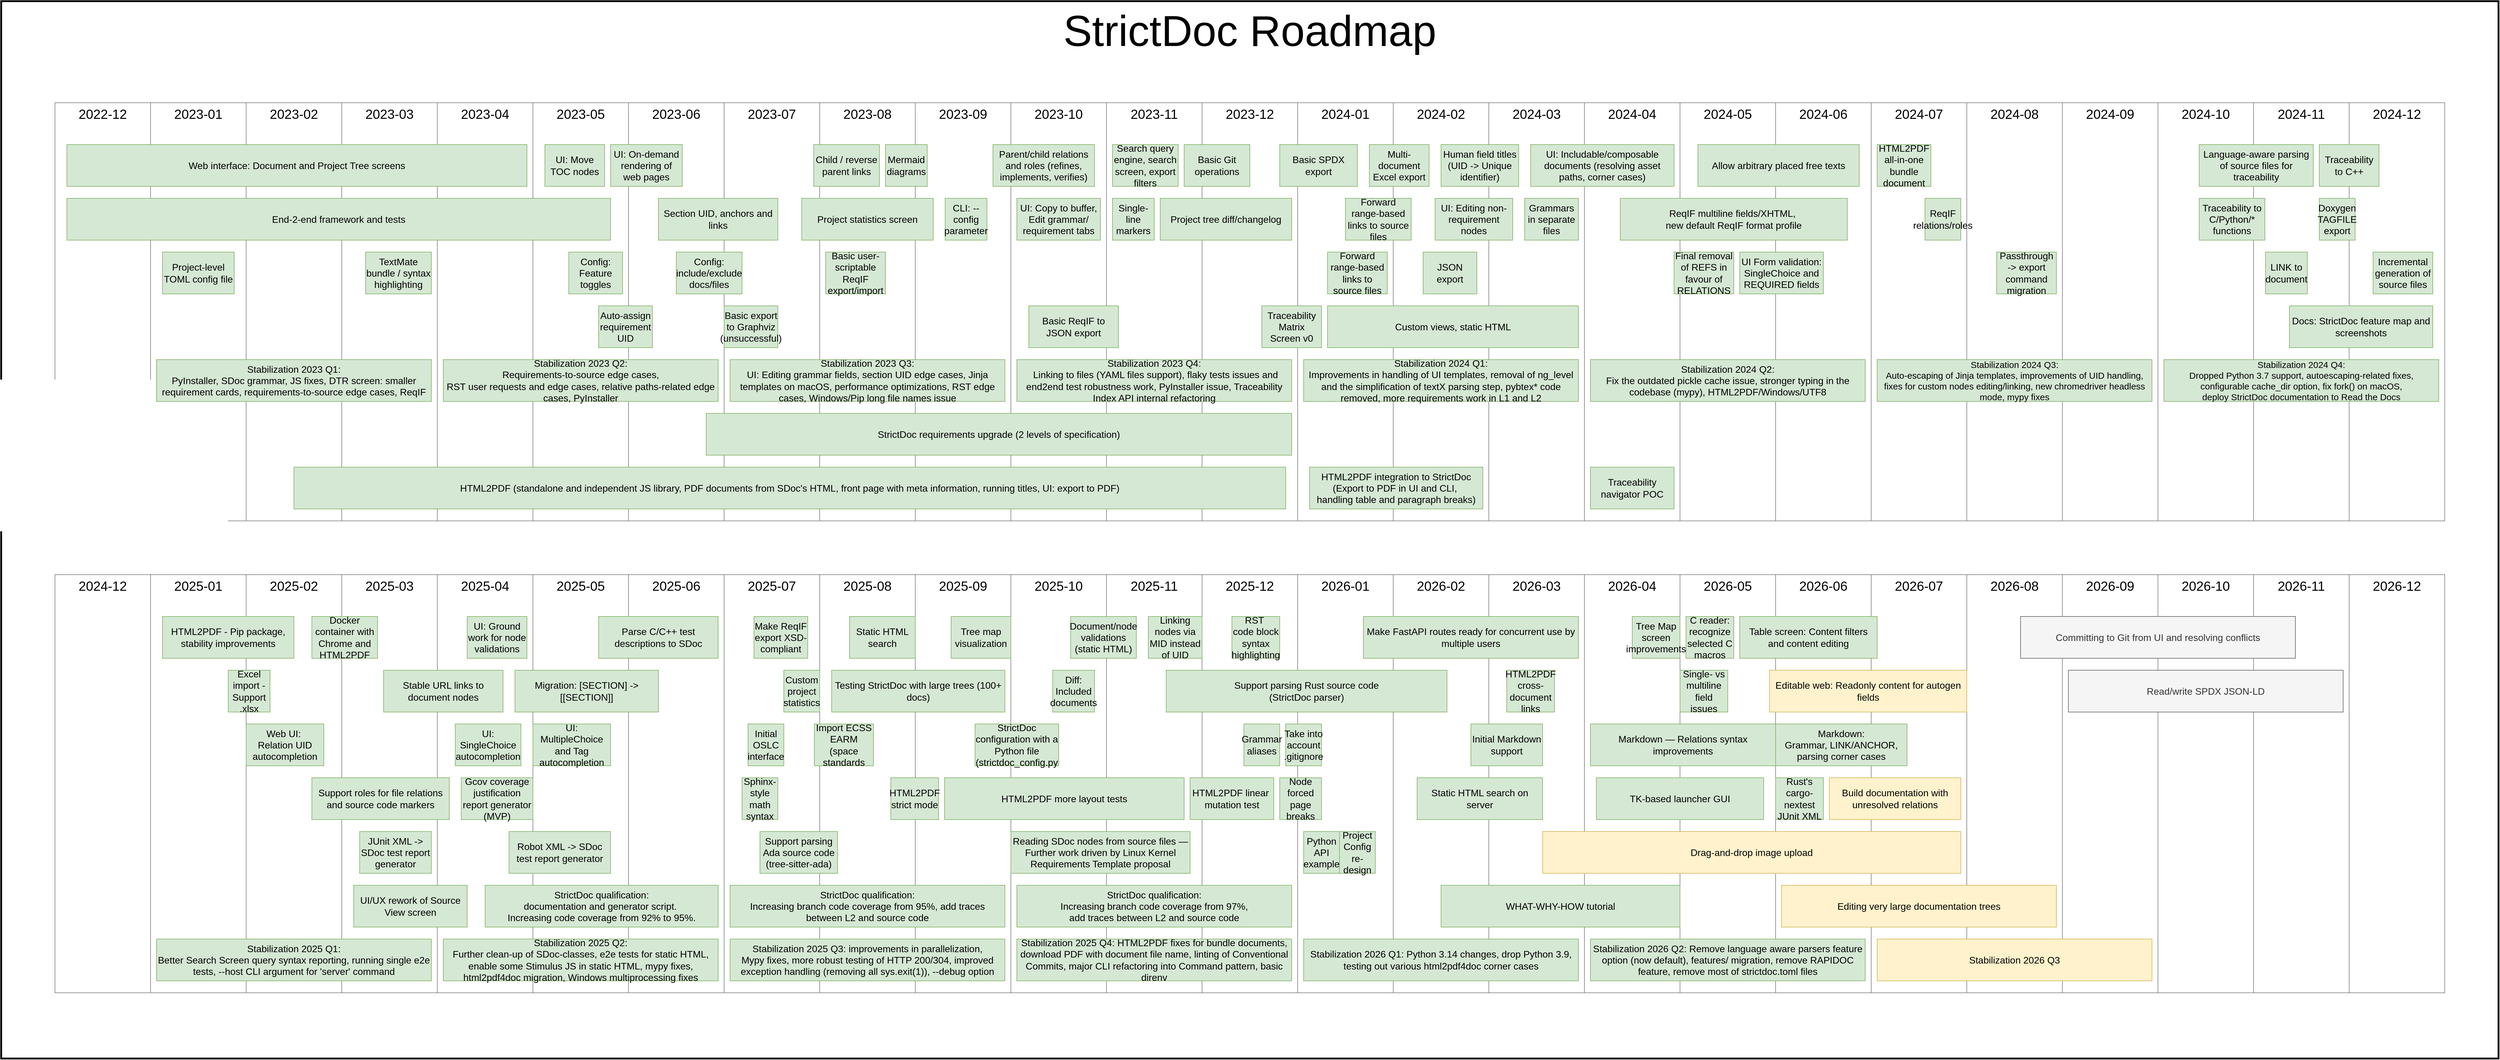
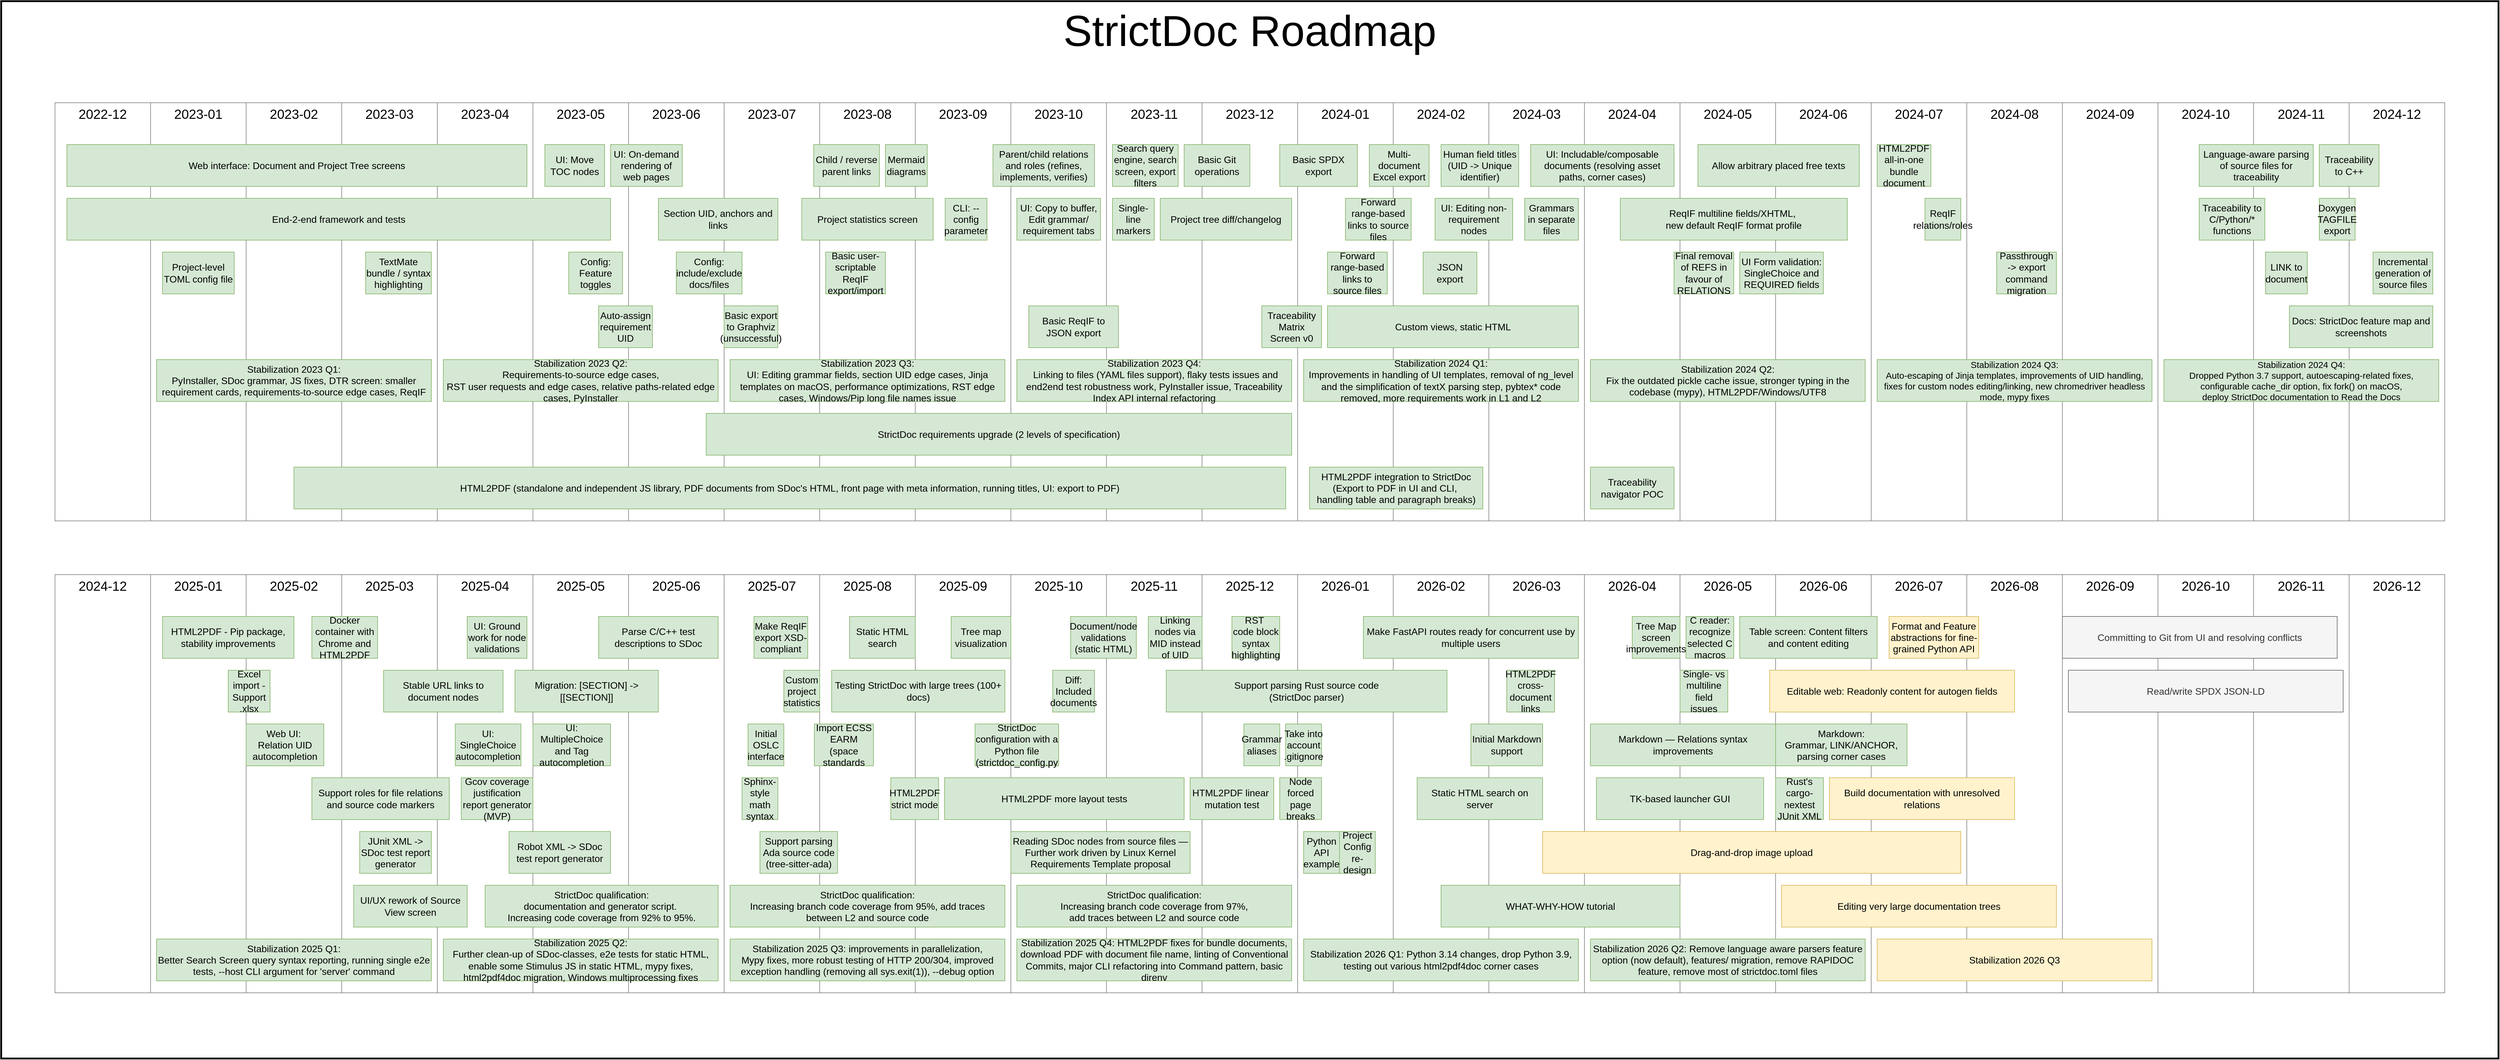
<mxfile host="Electron" agent="Mozilla/5.0 (X11; Linux x86_64) AppleWebKit/537.36 (KHTML, like Gecko) draw.io/28.2.5 Chrome/138.0.7204.251 Electron/37.6.1 Safari/537.36" version="28.2.5">
  <diagram name="Roadmap" id="QL4QDE5GQBR7DcBM7GMb">
-     <mxGraphModel dx="4152" dy="4424" grid="1" gridSize="10" guides="1" tooltips="1" connect="1" arrows="1" fold="1" page="1" pageScale="1" pageWidth="2339" pageHeight="3300" math="0" shadow="0">
+     <mxGraphModel dx="3699" dy="4143" grid="1" gridSize="10" guides="1" tooltips="1" connect="1" arrows="1" fold="1" page="1" pageScale="1" pageWidth="2339" pageHeight="3300" math="0" shadow="0">
      <root>
        <mxCell id="0" />
        <object label="Background" id="e4xbaoC47YMUbLc9hft--7">
          <mxCell style="" parent="0" />
        </object>
        <mxCell id="e4xbaoC47YMUbLc9hft--8" value="StrictDoc Roadmap" style="rounded=0;whiteSpace=wrap;html=1;verticalAlign=top;fontSize=72;strokeWidth=3;" parent="e4xbaoC47YMUbLc9hft--7" vertex="1">
          <mxGeometry x="-1450" y="-130" width="4180" height="1770" as="geometry" />
        </mxCell>
        <object label="Months" id="1">
          <mxCell style="locked=1;" parent="0" />
        </object>
        <mxCell id="5Hoejhb2v4ojji3GJ6aL-1" value="2023-09" style="rounded=0;whiteSpace=wrap;fontSize=22;verticalAlign=top;strokeColor=#808080;html=1;labelBorderColor=none;labelBackgroundColor=none;" parent="1" vertex="1">
          <mxGeometry x="80" y="40" width="160" height="700" as="geometry" />
        </mxCell>
        <mxCell id="5Hoejhb2v4ojji3GJ6aL-2" value="2023-10" style="rounded=0;whiteSpace=wrap;fontSize=22;verticalAlign=top;strokeColor=#808080;html=1;labelBorderColor=none;labelBackgroundColor=none;" parent="1" vertex="1">
          <mxGeometry x="240" y="40" width="160" height="700" as="geometry" />
        </mxCell>
        <mxCell id="5Hoejhb2v4ojji3GJ6aL-3" value="2023-11" style="rounded=0;whiteSpace=wrap;fontSize=22;verticalAlign=top;strokeColor=#808080;html=1;labelBorderColor=none;labelBackgroundColor=none;" parent="1" vertex="1">
          <mxGeometry x="400" y="40" width="160" height="700" as="geometry" />
        </mxCell>
        <mxCell id="5Hoejhb2v4ojji3GJ6aL-4" value="2023-12" style="rounded=0;whiteSpace=wrap;fontSize=22;verticalAlign=top;strokeColor=#808080;html=1;labelBorderColor=none;labelBackgroundColor=none;" parent="1" vertex="1">
          <mxGeometry x="560" y="40" width="160" height="700" as="geometry" />
        </mxCell>
        <mxCell id="5Hoejhb2v4ojji3GJ6aL-6" value="2023-08" style="rounded=0;whiteSpace=wrap;fontSize=22;verticalAlign=top;strokeColor=#808080;html=1;labelBorderColor=none;labelBackgroundColor=none;" parent="1" vertex="1">
          <mxGeometry x="-80" y="40" width="160" height="700" as="geometry" />
        </mxCell>
        <mxCell id="5Hoejhb2v4ojji3GJ6aL-7" value="2023-07" style="rounded=0;whiteSpace=wrap;fontSize=22;verticalAlign=top;strokeColor=#808080;html=1;labelBorderColor=none;labelBackgroundColor=none;" parent="1" vertex="1">
          <mxGeometry x="-240" y="40" width="160" height="700" as="geometry" />
        </mxCell>
        <mxCell id="5Hoejhb2v4ojji3GJ6aL-8" value="2023-06" style="rounded=0;whiteSpace=wrap;fontSize=22;verticalAlign=top;strokeColor=#808080;html=1;labelBorderColor=none;labelBackgroundColor=none;" parent="1" vertex="1">
          <mxGeometry x="-400" y="40" width="160" height="700" as="geometry" />
        </mxCell>
        <mxCell id="5Hoejhb2v4ojji3GJ6aL-9" value="2023-05" style="rounded=0;whiteSpace=wrap;fontSize=22;verticalAlign=top;strokeColor=#808080;html=1;labelBorderColor=none;labelBackgroundColor=none;" parent="1" vertex="1">
          <mxGeometry x="-560" y="40" width="160" height="700" as="geometry" />
        </mxCell>
        <mxCell id="5Hoejhb2v4ojji3GJ6aL-10" value="2023-04" style="rounded=0;whiteSpace=wrap;fontSize=22;verticalAlign=top;strokeColor=#808080;html=1;labelBorderColor=none;labelBackgroundColor=none;" parent="1" vertex="1">
          <mxGeometry x="-720" y="40" width="160" height="700" as="geometry" />
        </mxCell>
        <mxCell id="5Hoejhb2v4ojji3GJ6aL-11" value="2023-03" style="rounded=0;whiteSpace=wrap;fontSize=22;verticalAlign=top;strokeColor=#808080;html=1;labelBorderColor=none;labelBackgroundColor=none;" parent="1" vertex="1">
          <mxGeometry x="-880" y="40" width="160" height="700" as="geometry" />
        </mxCell>
        <mxCell id="5Hoejhb2v4ojji3GJ6aL-12" value="2023-02" style="rounded=0;whiteSpace=wrap;fontSize=22;verticalAlign=top;strokeColor=#808080;html=1;labelBorderColor=none;labelBackgroundColor=none;" parent="1" vertex="1">
          <mxGeometry x="-1040" y="40" width="160" height="700" as="geometry" />
        </mxCell>
        <mxCell id="5Hoejhb2v4ojji3GJ6aL-13" value="2023-01" style="rounded=0;whiteSpace=wrap;fontSize=22;verticalAlign=top;strokeColor=#808080;html=1;labelBorderColor=none;labelBackgroundColor=none;" parent="1" vertex="1">
          <mxGeometry x="-1200" y="40" width="160" height="700" as="geometry" />
        </mxCell>
        <mxCell id="5Hoejhb2v4ojji3GJ6aL-25" value="2024-01" style="rounded=0;whiteSpace=wrap;fontSize=22;verticalAlign=top;strokeColor=#808080;html=1;labelBorderColor=none;labelBackgroundColor=none;" parent="1" vertex="1">
          <mxGeometry x="720" y="40" width="160" height="700" as="geometry" />
        </mxCell>
        <mxCell id="5Hoejhb2v4ojji3GJ6aL-26" value="2024-02" style="rounded=0;whiteSpace=wrap;fontSize=22;verticalAlign=top;strokeColor=#808080;html=1;labelBorderColor=none;labelBackgroundColor=none;" parent="1" vertex="1">
          <mxGeometry x="880" y="40" width="160" height="700" as="geometry" />
        </mxCell>
        <mxCell id="5Hoejhb2v4ojji3GJ6aL-27" value="2024-03" style="rounded=0;whiteSpace=wrap;fontSize=22;verticalAlign=top;strokeColor=#808080;html=1;labelBorderColor=none;labelBackgroundColor=none;" parent="1" vertex="1">
          <mxGeometry x="1040" y="40" width="160" height="700" as="geometry" />
        </mxCell>
        <mxCell id="5Hoejhb2v4ojji3GJ6aL-30" value="2024-04" style="rounded=0;whiteSpace=wrap;fontSize=22;verticalAlign=top;strokeColor=#808080;html=1;labelBorderColor=none;labelBackgroundColor=none;" parent="1" vertex="1">
          <mxGeometry x="1200" y="40" width="160" height="700" as="geometry" />
        </mxCell>
        <mxCell id="5Hoejhb2v4ojji3GJ6aL-31" value="2024-05" style="rounded=0;whiteSpace=wrap;fontSize=22;verticalAlign=top;strokeColor=#808080;html=1;labelBorderColor=none;labelBackgroundColor=none;" parent="1" vertex="1">
          <mxGeometry x="1360" y="40" width="160" height="700" as="geometry" />
        </mxCell>
        <mxCell id="5Hoejhb2v4ojji3GJ6aL-32" value="2024-06" style="rounded=0;whiteSpace=wrap;fontSize=22;verticalAlign=top;strokeColor=#808080;html=1;labelBorderColor=none;labelBackgroundColor=none;" parent="1" vertex="1">
          <mxGeometry x="1520" y="40" width="160" height="700" as="geometry" />
        </mxCell>
        <mxCell id="5Hoejhb2v4ojji3GJ6aL-33" value="2024-07" style="rounded=0;whiteSpace=wrap;fontSize=22;verticalAlign=top;strokeColor=#808080;html=1;labelBorderColor=none;labelBackgroundColor=none;" parent="1" vertex="1">
          <mxGeometry x="1680" y="40" width="160" height="700" as="geometry" />
        </mxCell>
        <mxCell id="5Hoejhb2v4ojji3GJ6aL-34" value="2024-08" style="rounded=0;whiteSpace=wrap;fontSize=22;verticalAlign=top;strokeColor=#808080;html=1;labelBorderColor=none;labelBackgroundColor=none;" parent="1" vertex="1">
          <mxGeometry x="1840" y="40" width="160" height="700" as="geometry" />
        </mxCell>
        <mxCell id="5Hoejhb2v4ojji3GJ6aL-35" value="2024-09" style="rounded=0;whiteSpace=wrap;fontSize=22;verticalAlign=top;strokeColor=#808080;html=1;labelBorderColor=none;labelBackgroundColor=none;" parent="1" vertex="1">
          <mxGeometry x="2000" y="40" width="160" height="700" as="geometry" />
        </mxCell>
        <mxCell id="5Hoejhb2v4ojji3GJ6aL-36" value="2024-10" style="rounded=0;whiteSpace=wrap;fontSize=22;verticalAlign=top;strokeColor=#808080;html=1;labelBorderColor=none;labelBackgroundColor=none;" parent="1" vertex="1">
          <mxGeometry x="2160" y="40" width="160" height="700" as="geometry" />
        </mxCell>
        <mxCell id="5Hoejhb2v4ojji3GJ6aL-37" value="2024-11" style="rounded=0;whiteSpace=wrap;fontSize=22;verticalAlign=top;strokeColor=#808080;html=1;labelBorderColor=none;labelBackgroundColor=none;" parent="1" vertex="1">
          <mxGeometry x="2320" y="40" width="160" height="700" as="geometry" />
        </mxCell>
        <mxCell id="5Hoejhb2v4ojji3GJ6aL-38" value="2024-12" style="rounded=0;whiteSpace=wrap;fontSize=22;verticalAlign=top;strokeColor=#808080;html=1;labelBorderColor=none;labelBackgroundColor=none;" parent="1" vertex="1">
          <mxGeometry x="2480" y="40" width="160" height="700" as="geometry" />
        </mxCell>
        <mxCell id="5Hoejhb2v4ojji3GJ6aL-47" value="2022-12" style="rounded=0;whiteSpace=wrap;fontSize=22;verticalAlign=top;strokeColor=#808080;html=1;labelBorderColor=none;labelBackgroundColor=none;" parent="1" vertex="1">
          <mxGeometry x="-1360" y="40" width="160" height="700" as="geometry" />
        </mxCell>
        <mxCell id="vFR2ddkQemEW3wiGzv8y-28" value="2025-09" style="rounded=0;whiteSpace=wrap;fontSize=22;verticalAlign=top;strokeColor=#808080;html=1;labelBorderColor=none;labelBackgroundColor=none;" parent="1" vertex="1">
          <mxGeometry x="80" y="830" width="160" height="700" as="geometry" />
        </mxCell>
        <mxCell id="vFR2ddkQemEW3wiGzv8y-29" value="2025-10" style="rounded=0;whiteSpace=wrap;fontSize=22;verticalAlign=top;strokeColor=#808080;html=1;labelBorderColor=none;labelBackgroundColor=none;" parent="1" vertex="1">
          <mxGeometry x="240" y="830" width="160" height="700" as="geometry" />
        </mxCell>
        <mxCell id="vFR2ddkQemEW3wiGzv8y-30" value="2025-11" style="rounded=0;whiteSpace=wrap;fontSize=22;verticalAlign=top;strokeColor=#808080;html=1;labelBorderColor=none;labelBackgroundColor=none;" parent="1" vertex="1">
          <mxGeometry x="400" y="830" width="160" height="700" as="geometry" />
        </mxCell>
        <mxCell id="vFR2ddkQemEW3wiGzv8y-31" value="2025-12" style="rounded=0;whiteSpace=wrap;fontSize=22;verticalAlign=top;strokeColor=#808080;html=1;labelBorderColor=none;labelBackgroundColor=none;" parent="1" vertex="1">
          <mxGeometry x="560" y="830" width="160" height="700" as="geometry" />
        </mxCell>
        <mxCell id="vFR2ddkQemEW3wiGzv8y-32" value="2025-08" style="rounded=0;whiteSpace=wrap;fontSize=22;verticalAlign=top;strokeColor=#808080;html=1;labelBorderColor=none;labelBackgroundColor=none;" parent="1" vertex="1">
          <mxGeometry x="-80" y="830" width="160" height="700" as="geometry" />
        </mxCell>
        <mxCell id="vFR2ddkQemEW3wiGzv8y-33" value="2025-07" style="rounded=0;whiteSpace=wrap;fontSize=22;verticalAlign=top;strokeColor=#808080;html=1;labelBorderColor=none;labelBackgroundColor=none;" parent="1" vertex="1">
          <mxGeometry x="-240" y="830" width="160" height="700" as="geometry" />
        </mxCell>
        <mxCell id="vFR2ddkQemEW3wiGzv8y-34" value="2025-06" style="rounded=0;whiteSpace=wrap;fontSize=22;verticalAlign=top;strokeColor=#808080;html=1;labelBorderColor=none;labelBackgroundColor=none;" parent="1" vertex="1">
          <mxGeometry x="-400" y="830" width="160" height="700" as="geometry" />
        </mxCell>
        <mxCell id="vFR2ddkQemEW3wiGzv8y-35" value="2025-05" style="rounded=0;whiteSpace=wrap;fontSize=22;verticalAlign=top;strokeColor=#808080;html=1;labelBorderColor=none;labelBackgroundColor=none;" parent="1" vertex="1">
          <mxGeometry x="-560" y="830" width="160" height="700" as="geometry" />
        </mxCell>
        <mxCell id="vFR2ddkQemEW3wiGzv8y-36" value="2025-04" style="rounded=0;whiteSpace=wrap;fontSize=22;verticalAlign=top;strokeColor=#808080;html=1;labelBorderColor=none;labelBackgroundColor=none;" parent="1" vertex="1">
          <mxGeometry x="-720" y="830" width="160" height="700" as="geometry" />
        </mxCell>
        <mxCell id="vFR2ddkQemEW3wiGzv8y-37" value="2025-03" style="rounded=0;whiteSpace=wrap;fontSize=22;verticalAlign=top;strokeColor=#808080;html=1;labelBorderColor=none;labelBackgroundColor=none;" parent="1" vertex="1">
          <mxGeometry x="-880" y="830" width="160" height="700" as="geometry" />
        </mxCell>
        <mxCell id="vFR2ddkQemEW3wiGzv8y-38" value="2025-02" style="rounded=0;whiteSpace=wrap;fontSize=22;verticalAlign=top;strokeColor=#808080;html=1;labelBorderColor=none;labelBackgroundColor=none;" parent="1" vertex="1">
          <mxGeometry x="-1040" y="830" width="160" height="700" as="geometry" />
        </mxCell>
        <mxCell id="vFR2ddkQemEW3wiGzv8y-39" value="2025-01" style="rounded=0;whiteSpace=wrap;fontSize=22;verticalAlign=top;strokeColor=#808080;html=1;labelBorderColor=none;labelBackgroundColor=none;" parent="1" vertex="1">
          <mxGeometry x="-1200" y="830" width="160" height="700" as="geometry" />
        </mxCell>
        <mxCell id="vFR2ddkQemEW3wiGzv8y-40" value="2026-01" style="rounded=0;whiteSpace=wrap;fontSize=22;verticalAlign=top;strokeColor=#808080;html=1;labelBorderColor=none;labelBackgroundColor=none;" parent="1" vertex="1">
          <mxGeometry x="720" y="830" width="160" height="700" as="geometry" />
        </mxCell>
        <mxCell id="vFR2ddkQemEW3wiGzv8y-41" value="2026-02" style="rounded=0;whiteSpace=wrap;fontSize=22;verticalAlign=top;strokeColor=#808080;html=1;labelBorderColor=none;labelBackgroundColor=none;" parent="1" vertex="1">
          <mxGeometry x="880" y="830" width="160" height="700" as="geometry" />
        </mxCell>
        <mxCell id="vFR2ddkQemEW3wiGzv8y-42" value="2026-03" style="rounded=0;whiteSpace=wrap;fontSize=22;verticalAlign=top;strokeColor=#808080;html=1;labelBorderColor=none;labelBackgroundColor=none;" parent="1" vertex="1">
          <mxGeometry x="1040" y="830" width="160" height="700" as="geometry" />
        </mxCell>
        <mxCell id="vFR2ddkQemEW3wiGzv8y-43" value="2026-04" style="rounded=0;whiteSpace=wrap;fontSize=22;verticalAlign=top;strokeColor=#808080;html=1;labelBorderColor=none;labelBackgroundColor=none;" parent="1" vertex="1">
          <mxGeometry x="1200" y="830" width="160" height="700" as="geometry" />
        </mxCell>
        <mxCell id="vFR2ddkQemEW3wiGzv8y-44" value="2026-05" style="rounded=0;whiteSpace=wrap;fontSize=22;verticalAlign=top;strokeColor=#808080;html=1;labelBorderColor=none;labelBackgroundColor=none;" parent="1" vertex="1">
          <mxGeometry x="1360" y="830" width="160" height="700" as="geometry" />
        </mxCell>
        <mxCell id="vFR2ddkQemEW3wiGzv8y-45" value="2026-06" style="rounded=0;whiteSpace=wrap;fontSize=22;verticalAlign=top;strokeColor=#808080;html=1;labelBorderColor=none;labelBackgroundColor=none;" parent="1" vertex="1">
          <mxGeometry x="1520" y="830" width="160" height="700" as="geometry" />
        </mxCell>
        <mxCell id="vFR2ddkQemEW3wiGzv8y-46" value="2026-07" style="rounded=0;whiteSpace=wrap;fontSize=22;verticalAlign=top;strokeColor=#808080;html=1;labelBorderColor=none;labelBackgroundColor=none;" parent="1" vertex="1">
          <mxGeometry x="1680" y="830" width="160" height="700" as="geometry" />
        </mxCell>
        <mxCell id="vFR2ddkQemEW3wiGzv8y-47" value="2026-08" style="rounded=0;whiteSpace=wrap;fontSize=22;verticalAlign=top;strokeColor=#808080;html=1;labelBorderColor=none;labelBackgroundColor=none;" parent="1" vertex="1">
          <mxGeometry x="1840" y="830" width="160" height="700" as="geometry" />
        </mxCell>
        <mxCell id="vFR2ddkQemEW3wiGzv8y-48" value="2026-09" style="rounded=0;whiteSpace=wrap;fontSize=22;verticalAlign=top;strokeColor=#808080;html=1;labelBorderColor=none;labelBackgroundColor=none;" parent="1" vertex="1">
          <mxGeometry x="2000" y="830" width="160" height="700" as="geometry" />
        </mxCell>
        <mxCell id="vFR2ddkQemEW3wiGzv8y-49" value="2026-10" style="rounded=0;whiteSpace=wrap;fontSize=22;verticalAlign=top;strokeColor=#808080;html=1;labelBorderColor=none;labelBackgroundColor=none;" parent="1" vertex="1">
          <mxGeometry x="2160" y="830" width="160" height="700" as="geometry" />
        </mxCell>
        <mxCell id="vFR2ddkQemEW3wiGzv8y-50" value="2026-11" style="rounded=0;whiteSpace=wrap;fontSize=22;verticalAlign=top;strokeColor=#808080;html=1;labelBorderColor=none;labelBackgroundColor=none;" parent="1" vertex="1">
          <mxGeometry x="2320" y="830" width="160" height="700" as="geometry" />
        </mxCell>
        <mxCell id="vFR2ddkQemEW3wiGzv8y-51" value="2026-12" style="rounded=0;whiteSpace=wrap;fontSize=22;verticalAlign=top;strokeColor=#808080;html=1;labelBorderColor=none;labelBackgroundColor=none;" parent="1" vertex="1">
          <mxGeometry x="2480" y="830" width="160" height="700" as="geometry" />
        </mxCell>
        <mxCell id="vFR2ddkQemEW3wiGzv8y-52" value="2024-12" style="rounded=0;whiteSpace=wrap;fontSize=22;verticalAlign=top;strokeColor=#808080;html=1;labelBorderColor=none;labelBackgroundColor=none;" parent="1" vertex="1">
          <mxGeometry x="-1360" y="830" width="160" height="700" as="geometry" />
        </mxCell>
        <object label="Clusters" id="5Hoejhb2v4ojji3GJ6aL-50">
          <mxCell style="locked=1;" parent="0" />
        </object>
        <object label="Figures" id="5Hoejhb2v4ojji3GJ6aL-5">
          <mxCell style="" parent="0" />
        </object>
        <mxCell id="5Hoejhb2v4ojji3GJ6aL-21" value="Child / reverse parent links" style="text;html=1;strokeColor=#82b366;fillColor=#d5e8d4;align=center;verticalAlign=middle;whiteSpace=wrap;rounded=0;fontStyle=0;fontSize=16;" parent="5Hoejhb2v4ojji3GJ6aL-5" vertex="1">
          <mxGeometry x="-90" y="110" width="110" height="70" as="geometry" />
        </mxCell>
        <mxCell id="5Hoejhb2v4ojji3GJ6aL-39" value="Section UID, anchors and links" style="text;html=1;strokeColor=#82b366;fillColor=#d5e8d4;align=center;verticalAlign=middle;whiteSpace=wrap;rounded=0;fontStyle=0;fontSize=16;" parent="5Hoejhb2v4ojji3GJ6aL-5" vertex="1">
          <mxGeometry x="-350" y="200" width="200" height="70" as="geometry" />
        </mxCell>
        <mxCell id="5Hoejhb2v4ojji3GJ6aL-40" value="Auto-assign requirement UID" style="text;html=1;strokeColor=#82b366;fillColor=#d5e8d4;align=center;verticalAlign=middle;whiteSpace=wrap;rounded=0;fontStyle=0;fontSize=16;" parent="5Hoejhb2v4ojji3GJ6aL-5" vertex="1">
          <mxGeometry x="-450" y="380" width="90" height="70" as="geometry" />
        </mxCell>
        <mxCell id="5Hoejhb2v4ojji3GJ6aL-42" value="TextMate bundle / syntax highlighting" style="text;html=1;strokeColor=#82b366;fillColor=#d5e8d4;align=center;verticalAlign=middle;whiteSpace=wrap;rounded=0;fontStyle=0;fontSize=16;" parent="5Hoejhb2v4ojji3GJ6aL-5" vertex="1">
          <mxGeometry x="-840" y="290" width="110" height="70" as="geometry" />
        </mxCell>
        <mxCell id="5Hoejhb2v4ojji3GJ6aL-14" value="Project statistics screen" style="text;html=1;strokeColor=#82b366;fillColor=#d5e8d4;align=center;verticalAlign=middle;whiteSpace=wrap;rounded=0;fontStyle=0;fontSize=16;" parent="5Hoejhb2v4ojji3GJ6aL-5" vertex="1">
          <mxGeometry x="-110" y="200" width="220" height="70" as="geometry" />
        </mxCell>
        <mxCell id="5Hoejhb2v4ojji3GJ6aL-15" value="HTML2PDF (standalone and independent JS library, PDF documents from SDoc&#39;s HTML, front page with meta information, running titles, UI: export to PDF)" style="text;html=1;strokeColor=#82b366;fillColor=#d5e8d4;align=center;verticalAlign=middle;whiteSpace=wrap;rounded=0;fontStyle=0;fontSize=16;" parent="5Hoejhb2v4ojji3GJ6aL-5" vertex="1">
          <mxGeometry x="-960" y="650" width="1660" height="70" as="geometry" />
        </mxCell>
        <mxCell id="5Hoejhb2v4ojji3GJ6aL-17" value="&lt;font color=&quot;#000000&quot;&gt;Traceability&lt;/font&gt;&lt;font color=&quot;#000000&quot;&gt; Matrix Screen v0&lt;br&gt;&lt;/font&gt;" style="text;html=1;strokeColor=#82b366;fillColor=#d5e8d4;align=center;verticalAlign=middle;whiteSpace=wrap;rounded=0;fontStyle=0;fontSize=16;" parent="5Hoejhb2v4ojji3GJ6aL-5" vertex="1">
          <mxGeometry x="660" y="380" width="100" height="70" as="geometry" />
        </mxCell>
        <mxCell id="5Hoejhb2v4ojji3GJ6aL-19" value="Basic user-scriptable ReqIF export/import" style="text;html=1;strokeColor=#82b366;fillColor=#d5e8d4;align=center;verticalAlign=middle;whiteSpace=wrap;rounded=0;fontStyle=0;fontSize=16;" parent="5Hoejhb2v4ojji3GJ6aL-5" vertex="1">
          <mxGeometry x="-70" y="290" width="100" height="70" as="geometry" />
        </mxCell>
        <mxCell id="5Hoejhb2v4ojji3GJ6aL-23" value="CLI: --config parameter" style="text;html=1;strokeColor=#82b366;fillColor=#d5e8d4;align=center;verticalAlign=middle;whiteSpace=wrap;rounded=0;fontStyle=0;fontSize=16;" parent="5Hoejhb2v4ojji3GJ6aL-5" vertex="1">
          <mxGeometry x="130" y="200" width="70" height="70" as="geometry" />
        </mxCell>
        <mxCell id="5Hoejhb2v4ojji3GJ6aL-43" value="StrictDoc requirements upgrade (2 levels of specification)" style="text;html=1;strokeColor=#82b366;fillColor=#d5e8d4;align=center;verticalAlign=middle;whiteSpace=wrap;rounded=0;fontStyle=0;fontSize=16;" parent="5Hoejhb2v4ojji3GJ6aL-5" vertex="1">
          <mxGeometry x="-270" y="560" width="980" height="70" as="geometry" />
        </mxCell>
        <mxCell id="5Hoejhb2v4ojji3GJ6aL-45" value="&lt;font color=&quot;#000000&quot;&gt;Basic SPDX export&lt;br&gt;&lt;/font&gt;" style="text;html=1;strokeColor=#82b366;fillColor=#d5e8d4;align=center;verticalAlign=middle;whiteSpace=wrap;rounded=0;fontStyle=0;fontSize=16;" parent="5Hoejhb2v4ojji3GJ6aL-5" vertex="1">
          <mxGeometry x="690" y="110" width="130" height="70" as="geometry" />
        </mxCell>
        <mxCell id="5Hoejhb2v4ojji3GJ6aL-48" value="Web interface: Document and Project Tree screens" style="text;html=1;strokeColor=#82b366;fillColor=#d5e8d4;align=center;verticalAlign=middle;whiteSpace=wrap;rounded=0;fontStyle=0;fontSize=16;" parent="5Hoejhb2v4ojji3GJ6aL-5" vertex="1">
          <mxGeometry x="-1340" y="110" width="770" height="70" as="geometry" />
        </mxCell>
        <mxCell id="5Hoejhb2v4ojji3GJ6aL-51" value="End-2-end framework and tests" style="text;html=1;strokeColor=#82b366;fillColor=#d5e8d4;align=center;verticalAlign=middle;whiteSpace=wrap;rounded=0;fontStyle=0;fontSize=16;" parent="5Hoejhb2v4ojji3GJ6aL-5" vertex="1">
          <mxGeometry x="-1340" y="200" width="910" height="70" as="geometry" />
        </mxCell>
        <mxCell id="5Hoejhb2v4ojji3GJ6aL-52" value="&lt;div&gt;UI: On-demand rendering of web pages&lt;/div&gt;" style="text;html=1;strokeColor=#82b366;fillColor=#d5e8d4;align=center;verticalAlign=middle;whiteSpace=wrap;rounded=0;fontStyle=0;fontSize=16;" parent="5Hoejhb2v4ojji3GJ6aL-5" vertex="1">
          <mxGeometry x="-430" y="110" width="120" height="70" as="geometry" />
        </mxCell>
        <mxCell id="5Hoejhb2v4ojji3GJ6aL-53" value="UI: Move TOC nodes" style="text;html=1;strokeColor=#82b366;fillColor=#d5e8d4;align=center;verticalAlign=middle;whiteSpace=wrap;rounded=0;fontStyle=0;fontSize=16;" parent="5Hoejhb2v4ojji3GJ6aL-5" vertex="1">
          <mxGeometry x="-540" y="110" width="100" height="70" as="geometry" />
        </mxCell>
        <mxCell id="5Hoejhb2v4ojji3GJ6aL-54" value="Project-level TOML config file" style="text;html=1;strokeColor=#82b366;fillColor=#d5e8d4;align=center;verticalAlign=middle;whiteSpace=wrap;rounded=0;fontStyle=0;fontSize=16;" parent="5Hoejhb2v4ojji3GJ6aL-5" vertex="1">
          <mxGeometry x="-1180" y="290" width="120" height="70" as="geometry" />
        </mxCell>
        <mxCell id="e4xbaoC47YMUbLc9hft--1" value="Config: Feature toggles" style="text;html=1;strokeColor=#82b366;fillColor=#d5e8d4;align=center;verticalAlign=middle;whiteSpace=wrap;rounded=0;fontStyle=0;fontSize=16;" parent="5Hoejhb2v4ojji3GJ6aL-5" vertex="1">
          <mxGeometry x="-500" y="290" width="90" height="70" as="geometry" />
        </mxCell>
        <mxCell id="e4xbaoC47YMUbLc9hft--2" value="&lt;div&gt;Stabilization 2023 Q1:&lt;br&gt;&lt;/div&gt;&lt;div&gt;PyInstaller, SDoc grammar, JS fixes, DTR screen: smaller requirement cards, requirements-to-source edge cases, ReqIF&lt;/div&gt;" style="text;html=1;strokeColor=#82b366;fillColor=#d5e8d4;align=center;verticalAlign=middle;whiteSpace=wrap;rounded=0;fontStyle=0;fontSize=16;" parent="5Hoejhb2v4ojji3GJ6aL-5" vertex="1">
          <mxGeometry x="-1190" y="470" width="460" height="70" as="geometry" />
        </mxCell>
        <mxCell id="e4xbaoC47YMUbLc9hft--3" value="&lt;div&gt;Stabilization 2023 Q2:&lt;br&gt;&lt;/div&gt;&lt;div&gt;Requirements-to-source edge cases, &lt;br&gt;&lt;/div&gt;RST user requests and edge cases, relative paths-related edge cases, PyInstaller" style="text;html=1;strokeColor=#82b366;fillColor=#d5e8d4;align=center;verticalAlign=middle;whiteSpace=wrap;rounded=0;fontStyle=0;fontSize=16;" parent="5Hoejhb2v4ojji3GJ6aL-5" vertex="1">
          <mxGeometry x="-710" y="470" width="460" height="70" as="geometry" />
        </mxCell>
        <mxCell id="e4xbaoC47YMUbLc9hft--4" value="Config: include/exclude docs/files" style="text;html=1;strokeColor=#82b366;fillColor=#d5e8d4;align=center;verticalAlign=middle;whiteSpace=wrap;rounded=0;fontStyle=0;fontSize=16;" parent="5Hoejhb2v4ojji3GJ6aL-5" vertex="1">
          <mxGeometry x="-320" y="290" width="110" height="70" as="geometry" />
        </mxCell>
        <mxCell id="e4xbaoC47YMUbLc9hft--5" value="&lt;div&gt;Stabilization 2023 Q3:&lt;br&gt;&lt;/div&gt;UI: Editing grammar fields, section UID edge cases, Jinja templates on macOS, performance optimizations, RST edge cases, Windows/Pip long file names issue" style="text;html=1;strokeColor=#82b366;fillColor=#d5e8d4;align=center;verticalAlign=middle;whiteSpace=wrap;rounded=0;fontStyle=0;fontSize=16;" parent="5Hoejhb2v4ojji3GJ6aL-5" vertex="1">
          <mxGeometry x="-230" y="470" width="460" height="70" as="geometry" />
        </mxCell>
        <mxCell id="e4xbaoC47YMUbLc9hft--9" value="&lt;div&gt;Mermaid&lt;/div&gt;&lt;div&gt;diagrams&lt;/div&gt;" style="text;html=1;strokeColor=#82b366;fillColor=#d5e8d4;align=center;verticalAlign=middle;whiteSpace=wrap;rounded=0;fontStyle=0;fontSize=16;" parent="5Hoejhb2v4ojji3GJ6aL-5" vertex="1">
          <mxGeometry x="30" y="110" width="70" height="70" as="geometry" />
        </mxCell>
        <mxCell id="e4xbaoC47YMUbLc9hft--18" value="&lt;div&gt;Stabilization 2023 Q4:&lt;/div&gt;&lt;div&gt;&amp;nbsp;Linking to files (YAML files support), flaky tests issues and end2end test robustness work, PyInstaller issue, Traceability Index API internal refactoring&lt;br&gt;&lt;/div&gt;" style="text;html=1;strokeColor=#82b366;fillColor=#d5e8d4;align=center;verticalAlign=middle;whiteSpace=wrap;rounded=0;fontStyle=0;fontSize=16;" parent="5Hoejhb2v4ojji3GJ6aL-5" vertex="1">
          <mxGeometry x="250" y="470" width="460" height="70" as="geometry" />
        </mxCell>
        <mxCell id="ZHUxJVqyrOpv6eid2pWU-1" value="Parent/child relations and roles (refines, implements, verifies)" style="text;html=1;strokeColor=#82b366;fillColor=#d5e8d4;align=center;verticalAlign=middle;whiteSpace=wrap;rounded=0;fontStyle=0;fontSize=16;" parent="5Hoejhb2v4ojji3GJ6aL-5" vertex="1">
          <mxGeometry x="210" y="110" width="170" height="70" as="geometry" />
        </mxCell>
        <mxCell id="ZHUxJVqyrOpv6eid2pWU-2" value="Basic ReqIF to JSON export" style="text;html=1;strokeColor=#82b366;fillColor=#d5e8d4;align=center;verticalAlign=middle;whiteSpace=wrap;rounded=0;fontStyle=0;fontSize=16;" parent="5Hoejhb2v4ojji3GJ6aL-5" vertex="1">
          <mxGeometry x="270" y="380" width="150" height="70" as="geometry" />
        </mxCell>
        <mxCell id="k8s1h_Z_zSzXEBWhGtG7-1" value="&lt;div&gt;UI: Copy to buffer, Edit grammar/&lt;/div&gt;&lt;div&gt;requirement tabs&lt;br&gt;&lt;/div&gt;" style="text;html=1;strokeColor=#82b366;fillColor=#d5e8d4;align=center;verticalAlign=middle;whiteSpace=wrap;rounded=0;fontStyle=0;fontSize=16;" parent="5Hoejhb2v4ojji3GJ6aL-5" vertex="1">
          <mxGeometry x="250" y="200" width="140" height="70" as="geometry" />
        </mxCell>
        <mxCell id="5td-1cRUoRHkrHs212uj-1" value="Search query engine, search screen, export filters" style="text;html=1;strokeColor=#82b366;fillColor=#d5e8d4;align=center;verticalAlign=middle;whiteSpace=wrap;rounded=0;fontStyle=0;fontSize=16;" parent="5Hoejhb2v4ojji3GJ6aL-5" vertex="1">
          <mxGeometry x="410" y="110" width="110" height="70" as="geometry" />
        </mxCell>
        <mxCell id="5td-1cRUoRHkrHs212uj-2" value="Single-line markers" style="text;html=1;strokeColor=#82b366;fillColor=#d5e8d4;align=center;verticalAlign=middle;whiteSpace=wrap;rounded=0;fontStyle=0;fontSize=16;" parent="5Hoejhb2v4ojji3GJ6aL-5" vertex="1">
          <mxGeometry x="410" y="200" width="70" height="70" as="geometry" />
        </mxCell>
        <mxCell id="bzxhuAx1fFq9lgteCzhm-1" value="&lt;font color=&quot;#000000&quot;&gt;Project tree diff/changelog&lt;/font&gt;" style="text;html=1;strokeColor=#82b366;fillColor=#d5e8d4;align=center;verticalAlign=middle;whiteSpace=wrap;rounded=0;fontStyle=0;fontSize=16;" parent="5Hoejhb2v4ojji3GJ6aL-5" vertex="1">
          <mxGeometry x="490" y="200" width="220" height="70" as="geometry" />
        </mxCell>
        <mxCell id="xoYxP1hTg36p0s3yFHkj-1" value="Docs: StrictDoc feature map and screenshots" style="text;html=1;strokeColor=#82b366;fillColor=#d5e8d4;align=center;verticalAlign=middle;whiteSpace=wrap;rounded=0;fontStyle=0;fontSize=16;" parent="5Hoejhb2v4ojji3GJ6aL-5" vertex="1">
          <mxGeometry x="2380" y="380" width="240" height="70" as="geometry" />
        </mxCell>
        <mxCell id="xoYxP1hTg36p0s3yFHkj-2" value="&lt;font color=&quot;#000000&quot;&gt;Traceability navigator POC&lt;br&gt;&lt;/font&gt;" style="text;html=1;align=center;verticalAlign=middle;whiteSpace=wrap;rounded=0;fontStyle=0;fontSize=16;fillColor=#d5e8d4;strokeColor=#82b366;" parent="5Hoejhb2v4ojji3GJ6aL-5" vertex="1">
          <mxGeometry x="1210" y="650" width="140" height="70" as="geometry" />
        </mxCell>
        <mxCell id="xoYxP1hTg36p0s3yFHkj-6" value="&lt;font color=&quot;#000000&quot;&gt;UI: Editing non-requirement nodes&lt;/font&gt;" style="text;html=1;strokeColor=#82b366;fillColor=#d5e8d4;align=center;verticalAlign=middle;whiteSpace=wrap;rounded=0;fontStyle=0;fontSize=16;" parent="5Hoejhb2v4ojji3GJ6aL-5" vertex="1">
          <mxGeometry x="950" y="200" width="130" height="70" as="geometry" />
        </mxCell>
        <mxCell id="xoYxP1hTg36p0s3yFHkj-7" value="Basic Git operations" style="text;html=1;strokeColor=#82b366;fillColor=#d5e8d4;align=center;verticalAlign=middle;whiteSpace=wrap;rounded=0;fontStyle=0;fontSize=16;" parent="5Hoejhb2v4ojji3GJ6aL-5" vertex="1">
          <mxGeometry x="530" y="110" width="110" height="70" as="geometry" />
        </mxCell>
        <mxCell id="fWdrbh18M2HJ4tMojr6s-1" value="&lt;font color=&quot;#000000&quot;&gt;Allow arbitrary placed free texts&lt;/font&gt;" style="text;html=1;strokeColor=#82b366;fillColor=#d5e8d4;align=center;verticalAlign=middle;whiteSpace=wrap;rounded=0;fontStyle=0;fontSize=16;" parent="5Hoejhb2v4ojji3GJ6aL-5" vertex="1">
          <mxGeometry x="1390" y="110" width="270" height="70" as="geometry" />
        </mxCell>
        <mxCell id="fWdrbh18M2HJ4tMojr6s-2" value="Basic export to Graphviz (unsuccessful)" style="text;html=1;strokeColor=#82b366;fillColor=#d5e8d4;align=center;verticalAlign=middle;whiteSpace=wrap;rounded=0;fontStyle=0;fontSize=16;" parent="5Hoejhb2v4ojji3GJ6aL-5" vertex="1">
          <mxGeometry x="-240" y="380" width="90" height="70" as="geometry" />
        </mxCell>
        <mxCell id="YCubefTHywfSa6VliQcR-1" value="Forward range-based links to source files" style="text;html=1;strokeColor=#82b366;fillColor=#d5e8d4;align=center;verticalAlign=middle;whiteSpace=wrap;rounded=0;fontStyle=0;fontSize=16;" parent="5Hoejhb2v4ojji3GJ6aL-5" vertex="1">
          <mxGeometry x="770" y="290" width="100" height="70" as="geometry" />
        </mxCell>
        <mxCell id="YCubefTHywfSa6VliQcR-2" value="&lt;font color=&quot;#000000&quot;&gt;Custom views&lt;/font&gt;, static HTML" style="text;html=1;strokeColor=#82b366;fillColor=#d5e8d4;align=center;verticalAlign=middle;whiteSpace=wrap;rounded=0;fontStyle=0;fontSize=16;" parent="5Hoejhb2v4ojji3GJ6aL-5" vertex="1">
          <mxGeometry x="770" y="380" width="420" height="70" as="geometry" />
        </mxCell>
        <mxCell id="YCubefTHywfSa6VliQcR-3" value="&lt;div&gt;HTML2PDF integration to StrictDoc (Export to PDF in UI and CLI,&amp;nbsp;&lt;/div&gt;&lt;div&gt;handling table and paragraph breaks)&lt;/div&gt;" style="text;html=1;strokeColor=#82b366;fillColor=#d5e8d4;align=center;verticalAlign=middle;whiteSpace=wrap;rounded=0;fontStyle=0;fontSize=16;" parent="5Hoejhb2v4ojji3GJ6aL-5" vertex="1">
          <mxGeometry x="740" y="650" width="290" height="70" as="geometry" />
        </mxCell>
        <mxCell id="q5IPKXtHMBc3mqMKsgA0-1" value="&lt;font color=&quot;#000000&quot;&gt;Grammars in separate files&lt;br&gt;&lt;/font&gt;" style="text;html=1;strokeColor=#82b366;fillColor=#d5e8d4;align=center;verticalAlign=middle;whiteSpace=wrap;rounded=0;fontStyle=0;fontSize=16;" parent="5Hoejhb2v4ojji3GJ6aL-5" vertex="1">
          <mxGeometry x="1100" y="200" width="90" height="70" as="geometry" />
        </mxCell>
        <mxCell id="q5IPKXtHMBc3mqMKsgA0-2" value="&lt;div&gt;Human field titles&lt;/div&gt;&lt;div&gt;(UID -&amp;gt; Unique identifier)&lt;br&gt;&lt;/div&gt;" style="text;html=1;strokeColor=#82b366;fillColor=#d5e8d4;align=center;verticalAlign=middle;whiteSpace=wrap;rounded=0;fontStyle=0;fontSize=16;" parent="5Hoejhb2v4ojji3GJ6aL-5" vertex="1">
          <mxGeometry x="960" y="110" width="130" height="70" as="geometry" />
        </mxCell>
        <mxCell id="q5IPKXtHMBc3mqMKsgA0-3" value="JSON export" style="text;html=1;strokeColor=#82b366;fillColor=#d5e8d4;align=center;verticalAlign=middle;whiteSpace=wrap;rounded=0;fontStyle=0;fontSize=16;" parent="5Hoejhb2v4ojji3GJ6aL-5" vertex="1">
          <mxGeometry x="930" y="290" width="90" height="70" as="geometry" />
        </mxCell>
        <mxCell id="q5IPKXtHMBc3mqMKsgA0-4" value="Forward range-based links to source files" style="text;html=1;strokeColor=#82b366;fillColor=#d5e8d4;align=center;verticalAlign=middle;whiteSpace=wrap;rounded=0;fontStyle=0;fontSize=16;" parent="5Hoejhb2v4ojji3GJ6aL-5" vertex="1">
          <mxGeometry x="800" y="200" width="110" height="70" as="geometry" />
        </mxCell>
        <mxCell id="q5IPKXtHMBc3mqMKsgA0-5" value="&lt;div&gt;Stabilization 2024 Q1:&lt;/div&gt;&lt;div&gt;Improvements in handling of UI templates, removal of ng_level and the simplification of textX parsing step, pybtex* code removed, more requirements work in L1 and L2 &lt;/div&gt;" style="text;html=1;strokeColor=#82b366;fillColor=#d5e8d4;align=center;verticalAlign=middle;whiteSpace=wrap;rounded=0;fontStyle=0;fontSize=16;" parent="5Hoejhb2v4ojji3GJ6aL-5" vertex="1">
          <mxGeometry x="730" y="470" width="460" height="70" as="geometry" />
        </mxCell>
        <mxCell id="q5IPKXtHMBc3mqMKsgA0-6" value="Multi-document Excel export" style="text;html=1;strokeColor=#82b366;fillColor=#d5e8d4;align=center;verticalAlign=middle;whiteSpace=wrap;rounded=0;fontStyle=0;fontSize=16;" parent="5Hoejhb2v4ojji3GJ6aL-5" vertex="1">
          <mxGeometry x="840" y="110" width="100" height="70" as="geometry" />
        </mxCell>
        <mxCell id="q5IPKXtHMBc3mqMKsgA0-7" value="&lt;font color=&quot;#000000&quot;&gt;UI: Includable/composable documents&lt;/font&gt;&lt;font color=&quot;#000000&quot;&gt; (resolving asset paths, corner cases)&lt;br&gt;&lt;/font&gt;" style="text;html=1;strokeColor=#82b366;fillColor=#d5e8d4;align=center;verticalAlign=middle;whiteSpace=wrap;rounded=0;fontStyle=0;fontSize=16;" parent="5Hoejhb2v4ojji3GJ6aL-5" vertex="1">
          <mxGeometry x="1110" y="110" width="240" height="70" as="geometry" />
        </mxCell>
        <mxCell id="9dWRTfwKY_ZTF-qxbLCA-1" value="&lt;div&gt;Stabilization 2024 Q2:&lt;/div&gt;&lt;div&gt;Fix the outdated pickle cache issue, stronger typing in the codebase (mypy), HTML2PDF/Windows/UTF8&lt;/div&gt;" style="text;html=1;strokeColor=#82b366;fillColor=#d5e8d4;align=center;verticalAlign=middle;whiteSpace=wrap;rounded=0;fontStyle=0;fontSize=16;" parent="5Hoejhb2v4ojji3GJ6aL-5" vertex="1">
          <mxGeometry x="1210" y="470" width="460" height="70" as="geometry" />
        </mxCell>
        <mxCell id="5oKDhfBHpDyuIblvIitN-1" value="&lt;div&gt;ReqIF multiline fields/XHTML,&amp;nbsp;&lt;/div&gt;&lt;div&gt;new default ReqIF format profile&lt;br&gt;&lt;/div&gt;" style="text;html=1;strokeColor=#82b366;fillColor=#d5e8d4;align=center;verticalAlign=middle;whiteSpace=wrap;rounded=0;fontStyle=0;fontSize=16;" parent="5Hoejhb2v4ojji3GJ6aL-5" vertex="1">
          <mxGeometry x="1260" y="200" width="380" height="70" as="geometry" />
        </mxCell>
        <mxCell id="BHpWnK0uKLfCvxolmVS--2" value="Final removal of REFS in favour of RELATIONS" style="text;html=1;strokeColor=#82b366;fillColor=#d5e8d4;align=center;verticalAlign=middle;whiteSpace=wrap;rounded=0;fontStyle=0;fontSize=16;" parent="5Hoejhb2v4ojji3GJ6aL-5" vertex="1">
          <mxGeometry x="1350" y="290" width="100" height="70" as="geometry" />
        </mxCell>
        <mxCell id="BHpWnK0uKLfCvxolmVS--3" value="UI Form validation: SingleChoice and REQUIRED fields" style="text;html=1;strokeColor=#82b366;fillColor=#d5e8d4;align=center;verticalAlign=middle;whiteSpace=wrap;rounded=0;fontStyle=0;fontSize=16;" parent="5Hoejhb2v4ojji3GJ6aL-5" vertex="1">
          <mxGeometry x="1460" y="290" width="140" height="70" as="geometry" />
        </mxCell>
        <mxCell id="M5iQXvj3tZWS6f2_-kH6-1" value="&lt;font color=&quot;#000000&quot;&gt;HTML2PDF &lt;br&gt;all-in-one bundle &lt;br&gt;document&lt;/font&gt;&lt;br&gt;" style="text;html=1;strokeColor=#82b366;fillColor=#d5e8d4;align=center;verticalAlign=middle;whiteSpace=wrap;rounded=0;fontStyle=0;fontSize=16;" parent="5Hoejhb2v4ojji3GJ6aL-5" vertex="1">
          <mxGeometry x="1690" y="110" width="90" height="70" as="geometry" />
        </mxCell>
        <mxCell id="M5iQXvj3tZWS6f2_-kH6-2" value="&lt;div style=&quot;font-size: 15px;&quot;&gt;Stabilization 2024 Q3:&lt;/div&gt;&lt;div style=&quot;font-size: 15px;&quot;&gt;Auto-escaping of Jinja templates, improvements of UID handling, fixes for custom nodes editing/linking, new chromedriver headless mode, mypy fixes&lt;/div&gt;" style="text;html=1;strokeColor=#82b366;fillColor=#d5e8d4;align=center;verticalAlign=middle;whiteSpace=wrap;rounded=0;fontStyle=0;fontSize=15;" parent="5Hoejhb2v4ojji3GJ6aL-5" vertex="1">
          <mxGeometry x="1690" y="470" width="460" height="70" as="geometry" />
        </mxCell>
        <mxCell id="M5iQXvj3tZWS6f2_-kH6-5" value="&lt;div&gt;&lt;font color=&quot;#000000&quot;&gt;ReqIF&lt;/font&gt;&lt;/div&gt;&lt;div&gt;&lt;font color=&quot;#000000&quot;&gt;relations/roles&lt;/font&gt;&lt;br&gt;&lt;/div&gt;" style="text;html=1;strokeColor=#82b366;fillColor=#d5e8d4;align=center;verticalAlign=middle;whiteSpace=wrap;rounded=0;fontStyle=0;fontSize=16;" parent="5Hoejhb2v4ojji3GJ6aL-5" vertex="1">
          <mxGeometry x="1770" y="200" width="60" height="70" as="geometry" />
        </mxCell>
        <mxCell id="M5iQXvj3tZWS6f2_-kH6-6" value="&lt;font color=&quot;#000000&quot;&gt;Passthrough -&amp;gt; export command migration&lt;/font&gt;" style="text;html=1;strokeColor=#82b366;fillColor=#d5e8d4;align=center;verticalAlign=middle;whiteSpace=wrap;rounded=0;fontStyle=0;fontSize=16;" parent="5Hoejhb2v4ojji3GJ6aL-5" vertex="1">
          <mxGeometry x="1890" y="290" width="100" height="70" as="geometry" />
        </mxCell>
        <mxCell id="DVGK4SHqakHRgEz5WcLX-1" value="&lt;div style=&quot;font-size: 15px;&quot;&gt;Stabilization 2024 Q4:&lt;/div&gt;&lt;div style=&quot;font-size: 15px;&quot;&gt;Dropped Python 3.7 support, autoescaping-related fixes, configurable cache_dir option, fix fork() on macOS,&lt;br&gt;&lt;/div&gt;&lt;div style=&quot;font-size: 15px;&quot;&gt;deploy StrictDoc documentation to Read the Docs&lt;br&gt;&lt;/div&gt;" style="text;html=1;strokeColor=#82b366;fillColor=#d5e8d4;align=center;verticalAlign=middle;whiteSpace=wrap;rounded=0;fontStyle=0;fontSize=15;" parent="5Hoejhb2v4ojji3GJ6aL-5" vertex="1">
          <mxGeometry x="2170" y="470" width="460" height="70" as="geometry" />
        </mxCell>
        <mxCell id="DVGK4SHqakHRgEz5WcLX-2" value="Traceability to C/Python/* functions" style="text;html=1;align=center;verticalAlign=middle;whiteSpace=wrap;rounded=0;fontStyle=0;fontSize=16;fillColor=#d5e8d4;strokeColor=#82b366;" parent="5Hoejhb2v4ojji3GJ6aL-5" vertex="1">
          <mxGeometry x="2229" y="200" width="110" height="70" as="geometry" />
        </mxCell>
        <mxCell id="Q921SkYYr6UFh-46NOXI-1" value="Language-aware parsing of source files for traceability" style="text;html=1;align=center;verticalAlign=middle;whiteSpace=wrap;rounded=0;fontStyle=0;fontSize=16;fillColor=#d5e8d4;strokeColor=#82b366;" parent="5Hoejhb2v4ojji3GJ6aL-5" vertex="1">
          <mxGeometry x="2229" y="110" width="191" height="70" as="geometry" />
        </mxCell>
        <mxCell id="eXEqTkGTZLtlY54Fnls3-1" value="LINK to document" style="text;html=1;align=center;verticalAlign=middle;whiteSpace=wrap;rounded=0;fontStyle=0;fontSize=16;fillColor=#d5e8d4;strokeColor=#82b366;" parent="5Hoejhb2v4ojji3GJ6aL-5" vertex="1">
          <mxGeometry x="2340" y="290" width="70" height="70" as="geometry" />
        </mxCell>
        <mxCell id="eXEqTkGTZLtlY54Fnls3-2" value="Traceability to C++" style="text;html=1;align=center;verticalAlign=middle;whiteSpace=wrap;rounded=0;fontStyle=0;fontSize=16;fillColor=#d5e8d4;strokeColor=#82b366;" parent="5Hoejhb2v4ojji3GJ6aL-5" vertex="1">
          <mxGeometry x="2430" y="110" width="100" height="70" as="geometry" />
        </mxCell>
        <mxCell id="8H-WTupFZFOCgWsWCiur-1" value="&lt;div&gt;Doxygen TAGFILE&lt;/div&gt;&lt;div&gt;export&lt;br&gt;&lt;/div&gt;" style="text;html=1;align=center;verticalAlign=middle;whiteSpace=wrap;rounded=0;fontStyle=0;fontSize=16;fillColor=#d5e8d4;strokeColor=#82b366;" parent="5Hoejhb2v4ojji3GJ6aL-5" vertex="1">
          <mxGeometry x="2430" y="200" width="60" height="70" as="geometry" />
        </mxCell>
        <mxCell id="NXW3nEukRnEIemB_1rk6-1" value="Incremental generation of source files" style="text;html=1;align=center;verticalAlign=middle;whiteSpace=wrap;rounded=0;fontStyle=0;fontSize=16;fillColor=#d5e8d4;strokeColor=#82b366;" parent="5Hoejhb2v4ojji3GJ6aL-5" vertex="1">
          <mxGeometry x="2520" y="290" width="100" height="70" as="geometry" />
        </mxCell>
        <mxCell id="vFR2ddkQemEW3wiGzv8y-53" value="HTML2PDF - Pip package, stability improvements" style="text;html=1;strokeColor=#82b366;fillColor=#d5e8d4;align=center;verticalAlign=middle;whiteSpace=wrap;rounded=0;fontStyle=0;fontSize=16;" parent="5Hoejhb2v4ojji3GJ6aL-5" vertex="1">
          <mxGeometry x="-1180" y="900" width="220" height="70" as="geometry" />
        </mxCell>
        <mxCell id="vFR2ddkQemEW3wiGzv8y-54" value="Excel import - Support .xlsx" style="text;html=1;strokeColor=#82b366;fillColor=#d5e8d4;align=center;verticalAlign=middle;whiteSpace=wrap;rounded=0;fontStyle=0;fontSize=16;" parent="5Hoejhb2v4ojji3GJ6aL-5" vertex="1">
          <mxGeometry x="-1070" y="990" width="70" height="70" as="geometry" />
        </mxCell>
        <mxCell id="2FAFVsbkAT3x3odHAFQI-1" value="&lt;div&gt;Web UI:&amp;nbsp;&lt;/div&gt;&lt;div&gt;Relation UID autocompletion&lt;/div&gt;" style="text;html=1;strokeColor=#82b366;fillColor=#d5e8d4;align=center;verticalAlign=middle;whiteSpace=wrap;rounded=0;fontStyle=0;fontSize=16;" parent="5Hoejhb2v4ojji3GJ6aL-5" vertex="1">
          <mxGeometry x="-1040" y="1080" width="130" height="70" as="geometry" />
        </mxCell>
        <mxCell id="2FAFVsbkAT3x3odHAFQI-2" value="&lt;div&gt;Stabilization 2025 Q1:&lt;br&gt;&lt;/div&gt;&lt;div&gt;Better Search Screen query syntax reporting, running single e2e tests, --host CLI argument for &#39;server&#39; command&lt;/div&gt;" style="text;html=1;strokeColor=#82b366;fillColor=#d5e8d4;align=center;verticalAlign=middle;whiteSpace=wrap;rounded=0;fontStyle=0;fontSize=16;" parent="5Hoejhb2v4ojji3GJ6aL-5" vertex="1">
          <mxGeometry x="-1190" y="1440" width="460" height="70" as="geometry" />
        </mxCell>
        <mxCell id="jwnssjy23zgWTyzq0ZdY-1" value="Support roles for file relations and source code markers" style="text;html=1;strokeColor=#82b366;fillColor=#d5e8d4;align=center;verticalAlign=middle;whiteSpace=wrap;rounded=0;fontStyle=0;fontSize=16;" parent="5Hoejhb2v4ojji3GJ6aL-5" vertex="1">
          <mxGeometry x="-930" y="1170" width="230" height="70" as="geometry" />
        </mxCell>
        <mxCell id="jwnssjy23zgWTyzq0ZdY-2" value="Docker container with Chrome and HTML2PDF" style="text;html=1;strokeColor=#82b366;fillColor=#d5e8d4;align=center;verticalAlign=middle;whiteSpace=wrap;rounded=0;fontStyle=0;fontSize=16;" parent="5Hoejhb2v4ojji3GJ6aL-5" vertex="1">
          <mxGeometry x="-930" y="900" width="110" height="70" as="geometry" />
        </mxCell>
        <mxCell id="jwnssjy23zgWTyzq0ZdY-3" value="UI/UX rework of Source View screen" style="text;html=1;strokeColor=#82b366;fillColor=#d5e8d4;align=center;verticalAlign=middle;whiteSpace=wrap;rounded=0;fontStyle=0;fontSize=16;" parent="5Hoejhb2v4ojji3GJ6aL-5" vertex="1">
          <mxGeometry x="-860" y="1350" width="190" height="70" as="geometry" />
        </mxCell>
        <mxCell id="jwnssjy23zgWTyzq0ZdY-4" value="Document/node&lt;div&gt;validations&lt;div&gt;(static HTML)&lt;/div&gt;&lt;/div&gt;" style="text;html=1;align=center;verticalAlign=middle;whiteSpace=wrap;rounded=0;fontStyle=0;fontSize=16;fillColor=#d5e8d4;strokeColor=#82b366;" parent="5Hoejhb2v4ojji3GJ6aL-5" vertex="1">
          <mxGeometry x="340" y="900" width="110" height="70" as="geometry" />
        </mxCell>
        <mxCell id="jwnssjy23zgWTyzq0ZdY-6" value="JUnit XML -&amp;gt; SDoc test report generator" style="text;html=1;strokeColor=#82b366;fillColor=#d5e8d4;align=center;verticalAlign=middle;whiteSpace=wrap;rounded=0;fontStyle=0;fontSize=16;" parent="5Hoejhb2v4ojji3GJ6aL-5" vertex="1">
          <mxGeometry x="-850" y="1260" width="120" height="70" as="geometry" />
        </mxCell>
        <mxCell id="5O99w3PwopgMqQQ5KaQY-1" value="&lt;div&gt;Stabilization 2025 Q2:&lt;br&gt;&lt;/div&gt;&lt;div&gt;Further clean-up of SDoc-classes, e2e tests for static HTML, enable some Stimulus JS in static HTML, mypy fixes, html2pdf4doc migration, Windows multiprocessing fixes&lt;/div&gt;" style="text;html=1;strokeColor=#82b366;fillColor=#d5e8d4;align=center;verticalAlign=middle;whiteSpace=wrap;rounded=0;fontStyle=0;fontSize=16;" parent="5Hoejhb2v4ojji3GJ6aL-5" vertex="1">
          <mxGeometry x="-710" y="1440" width="460" height="70" as="geometry" />
        </mxCell>
        <mxCell id="5O99w3PwopgMqQQ5KaQY-2" value="Gcov coverage justification report generator (MVP)" style="text;html=1;strokeColor=#82b366;fillColor=#d5e8d4;align=center;verticalAlign=middle;whiteSpace=wrap;rounded=0;fontStyle=0;fontSize=16;" parent="5Hoejhb2v4ojji3GJ6aL-5" vertex="1">
          <mxGeometry x="-680" y="1170" width="120" height="70" as="geometry" />
        </mxCell>
        <mxCell id="mmp19IjbKsf9JtkNIgzo-1" value="UI: Ground work for node validations" style="text;html=1;strokeColor=#82b366;fillColor=#d5e8d4;align=center;verticalAlign=middle;whiteSpace=wrap;rounded=0;fontStyle=0;fontSize=16;" parent="5Hoejhb2v4ojji3GJ6aL-5" vertex="1">
          <mxGeometry x="-670" y="900" width="100" height="70" as="geometry" />
        </mxCell>
        <mxCell id="mmp19IjbKsf9JtkNIgzo-2" value="Stable URL links to document nodes" style="text;html=1;strokeColor=#82b366;fillColor=#d5e8d4;align=center;verticalAlign=middle;whiteSpace=wrap;rounded=0;fontStyle=0;fontSize=16;" parent="5Hoejhb2v4ojji3GJ6aL-5" vertex="1">
          <mxGeometry x="-810" y="990" width="200" height="70" as="geometry" />
        </mxCell>
        <mxCell id="mmp19IjbKsf9JtkNIgzo-4" value="&lt;div&gt;StrictDoc qualification:&lt;/div&gt;&lt;div&gt;documentation and generator script.&amp;nbsp;&lt;/div&gt;&lt;div&gt;Increasing code coverage from 92% to 95%.&lt;/div&gt;" style="text;html=1;strokeColor=#82b366;fillColor=#d5e8d4;align=center;verticalAlign=middle;whiteSpace=wrap;rounded=0;fontStyle=0;fontSize=16;" parent="5Hoejhb2v4ojji3GJ6aL-5" vertex="1">
          <mxGeometry x="-640" y="1350" width="390" height="70" as="geometry" />
        </mxCell>
        <mxCell id="9eajPwNtl0Yfan4dj0gk-2" value="&lt;div&gt;Parse C/C++ test descriptions to SDoc&lt;/div&gt;" style="text;html=1;align=center;verticalAlign=middle;whiteSpace=wrap;rounded=0;fontStyle=0;fontSize=16;fillColor=#d5e8d4;strokeColor=#82b366;" parent="5Hoejhb2v4ojji3GJ6aL-5" vertex="1">
          <mxGeometry x="-450" y="900" width="200" height="70" as="geometry" />
        </mxCell>
        <mxCell id="9eajPwNtl0Yfan4dj0gk-3" value="Migration: [SECTION] -&amp;gt; [[SECTION]]" style="text;html=1;align=center;verticalAlign=middle;whiteSpace=wrap;rounded=0;fontStyle=0;fontSize=16;fillColor=#d5e8d4;strokeColor=#82b366;" parent="5Hoejhb2v4ojji3GJ6aL-5" vertex="1">
          <mxGeometry x="-590" y="990" width="240" height="70" as="geometry" />
        </mxCell>
        <mxCell id="9eajPwNtl0Yfan4dj0gk-4" value="Robot XML -&amp;gt; SDoc test report generator" style="text;html=1;align=center;verticalAlign=middle;whiteSpace=wrap;rounded=0;fontStyle=0;fontSize=16;fillColor=#d5e8d4;strokeColor=#82b366;" parent="5Hoejhb2v4ojji3GJ6aL-5" vertex="1">
          <mxGeometry x="-600" y="1260" width="170" height="70" as="geometry" />
        </mxCell>
        <mxCell id="9eajPwNtl0Yfan4dj0gk-6" value="UI: SingleChoice autocompletion" style="text;html=1;align=center;verticalAlign=middle;whiteSpace=wrap;rounded=0;fontStyle=0;fontSize=16;fillColor=#d5e8d4;strokeColor=#82b366;" parent="5Hoejhb2v4ojji3GJ6aL-5" vertex="1">
          <mxGeometry x="-690" y="1080" width="110" height="70" as="geometry" />
        </mxCell>
        <mxCell id="9eajPwNtl0Yfan4dj0gk-7" value="UI: MultipleChoice and Tag autocompletion" style="text;html=1;align=center;verticalAlign=middle;whiteSpace=wrap;rounded=0;fontStyle=0;fontSize=16;fillColor=#d5e8d4;strokeColor=#82b366;" parent="5Hoejhb2v4ojji3GJ6aL-5" vertex="1">
          <mxGeometry x="-560" y="1080" width="130" height="70" as="geometry" />
        </mxCell>
        <mxCell id="XZVLoPHtazhiIntYqJm0-1" value="&lt;div&gt;StrictDoc qualification:&lt;/div&gt;&lt;div&gt;Increasing branch code coverage from 95%, add traces between L2 and source code&lt;/div&gt;" style="text;html=1;strokeColor=#82b366;fillColor=#d5e8d4;align=center;verticalAlign=middle;whiteSpace=wrap;rounded=0;fontStyle=0;fontSize=16;" parent="5Hoejhb2v4ojji3GJ6aL-5" vertex="1">
          <mxGeometry x="-230" y="1350" width="460" height="70" as="geometry" />
        </mxCell>
        <mxCell id="XZVLoPHtazhiIntYqJm0-2" value="&lt;div&gt;Stabilization 2025 Q3: improvements in parallelization,&lt;/div&gt;&lt;div&gt;Mypy fixes, more robust testing of HTTP 200/304, improved exception handling (removing all sys.exit(1)), --debug option&lt;/div&gt;" style="text;html=1;strokeColor=#82b366;fillColor=#d5e8d4;align=center;verticalAlign=middle;whiteSpace=wrap;rounded=0;fontStyle=0;fontSize=16;" parent="5Hoejhb2v4ojji3GJ6aL-5" vertex="1">
          <mxGeometry x="-230" y="1440" width="460" height="70" as="geometry" />
        </mxCell>
        <mxCell id="DQXxV1SDU7K0vNSEASJG-1" value="Make ReqIF export XSD-compliant" style="text;html=1;align=center;verticalAlign=middle;whiteSpace=wrap;rounded=0;fontStyle=0;fontSize=16;fillColor=#d5e8d4;strokeColor=#82b366;" parent="5Hoejhb2v4ojji3GJ6aL-5" vertex="1">
          <mxGeometry x="-190" y="900" width="90" height="70" as="geometry" />
        </mxCell>
        <mxCell id="DQXxV1SDU7K0vNSEASJG-2" value="Initial OSLC interface" style="text;html=1;align=center;verticalAlign=middle;whiteSpace=wrap;rounded=0;fontStyle=0;fontSize=16;fillColor=#d5e8d4;strokeColor=#82b366;" parent="5Hoejhb2v4ojji3GJ6aL-5" vertex="1">
          <mxGeometry x="-200" y="1080" width="60" height="70" as="geometry" />
        </mxCell>
        <mxCell id="DQXxV1SDU7K0vNSEASJG-3" value="Sphinx-style math syntax" style="text;html=1;align=center;verticalAlign=middle;whiteSpace=wrap;rounded=0;fontStyle=0;fontSize=16;fillColor=#d5e8d4;strokeColor=#82b366;" parent="5Hoejhb2v4ojji3GJ6aL-5" vertex="1">
          <mxGeometry x="-210" y="1170" width="60" height="70" as="geometry" />
        </mxCell>
        <mxCell id="wGlYDuHkOPJJRXAxA-xv-1" value="Custom project statistics" style="text;html=1;align=center;verticalAlign=middle;whiteSpace=wrap;rounded=0;fontStyle=0;fontSize=16;fillColor=#d5e8d4;strokeColor=#82b366;" parent="5Hoejhb2v4ojji3GJ6aL-5" vertex="1">
          <mxGeometry x="-140" y="990" width="60" height="70" as="geometry" />
        </mxCell>
        <mxCell id="bVY8XDDc22kfF-ngX7oV-1" value="Static HTML search" style="text;html=1;align=center;verticalAlign=middle;whiteSpace=wrap;rounded=0;fontStyle=0;fontSize=16;fillColor=#d5e8d4;strokeColor=#82b366;" parent="5Hoejhb2v4ojji3GJ6aL-5" vertex="1">
          <mxGeometry x="-30" y="900" width="110" height="70" as="geometry" />
        </mxCell>
        <mxCell id="bVY8XDDc22kfF-ngX7oV-2" value="Testing StrictDoc with large trees (100+ docs)" style="text;html=1;align=center;verticalAlign=middle;whiteSpace=wrap;rounded=0;fontStyle=0;fontSize=16;fillColor=#d5e8d4;strokeColor=#82b366;" parent="5Hoejhb2v4ojji3GJ6aL-5" vertex="1">
          <mxGeometry x="-60" y="990" width="290" height="70" as="geometry" />
        </mxCell>
        <mxCell id="bVY8XDDc22kfF-ngX7oV-3" value="&lt;div&gt;Import ECSS EARM&lt;/div&gt;&lt;div&gt;(space standards&lt;/div&gt;" style="text;html=1;align=center;verticalAlign=middle;whiteSpace=wrap;rounded=0;fontStyle=0;fontSize=16;fillColor=#d5e8d4;strokeColor=#82b366;" parent="5Hoejhb2v4ojji3GJ6aL-5" vertex="1">
          <mxGeometry x="-89" y="1080" width="99" height="70" as="geometry" />
        </mxCell>
        <mxCell id="qf8SZqOVw3G4KriSUUQf-1" value="HTML2PDF strict mode" style="text;html=1;align=center;verticalAlign=middle;whiteSpace=wrap;rounded=0;fontStyle=0;fontSize=16;fillColor=#d5e8d4;strokeColor=#82b366;" parent="5Hoejhb2v4ojji3GJ6aL-5" vertex="1">
          <mxGeometry x="39" y="1170" width="80" height="70" as="geometry" />
        </mxCell>
        <mxCell id="hAngQm-B19KVU63WBlpS-1" value="Tree map visualization" style="text;html=1;align=center;verticalAlign=middle;whiteSpace=wrap;rounded=0;fontStyle=0;fontSize=16;fillColor=#d5e8d4;strokeColor=#82b366;" parent="5Hoejhb2v4ojji3GJ6aL-5" vertex="1">
          <mxGeometry x="140" y="900" width="100" height="70" as="geometry" />
        </mxCell>
        <mxCell id="hAngQm-B19KVU63WBlpS-2" value="&lt;div&gt;Support parsing Ada source code&lt;/div&gt;(tree-sitter-ada)" style="text;html=1;align=center;verticalAlign=middle;whiteSpace=wrap;rounded=0;fontStyle=0;fontSize=16;fillColor=#d5e8d4;strokeColor=#82b366;" parent="5Hoejhb2v4ojji3GJ6aL-5" vertex="1">
          <mxGeometry x="-180" y="1260" width="130" height="70" as="geometry" />
        </mxCell>
        <mxCell id="CJRkyjP5KVGCwtUBZvE2-1" value="HTML2PDF more layout tests" style="text;html=1;align=center;verticalAlign=middle;whiteSpace=wrap;rounded=0;fontStyle=0;fontSize=16;fillColor=#d5e8d4;strokeColor=#82b366;" parent="5Hoejhb2v4ojji3GJ6aL-5" vertex="1">
          <mxGeometry x="129" y="1170" width="401" height="70" as="geometry" />
        </mxCell>
        <mxCell id="CJRkyjP5KVGCwtUBZvE2-2" value="&lt;div&gt;StrictDoc qualification:&lt;/div&gt;&lt;div&gt;Increasing branch code coverage from 97%,&lt;/div&gt;&lt;div&gt;add traces between L2 and source code&lt;/div&gt;" style="text;html=1;strokeColor=#82b366;fillColor=#d5e8d4;align=center;verticalAlign=middle;whiteSpace=wrap;rounded=0;fontStyle=0;fontSize=16;" parent="5Hoejhb2v4ojji3GJ6aL-5" vertex="1">
          <mxGeometry x="250" y="1350" width="460" height="70" as="geometry" />
        </mxCell>
        <mxCell id="CJRkyjP5KVGCwtUBZvE2-3" value="&lt;div&gt;Stabilization 2025 Q4: HTML2PDF fixes for bundle documents, download PDF with document file name, linting of Conventional Commits, major CLI refactoring into Command pattern, basic direnv&lt;/div&gt;" style="text;html=1;strokeColor=#82b366;fillColor=#d5e8d4;align=center;verticalAlign=middle;whiteSpace=wrap;rounded=0;fontStyle=0;fontSize=16;" parent="5Hoejhb2v4ojji3GJ6aL-5" vertex="1">
          <mxGeometry x="250" y="1440" width="460" height="70" as="geometry" />
        </mxCell>
        <mxCell id="eRPcp-Zo6v9222eVP6_e-1" value="&lt;div&gt;StrictDoc configuration with a Python file (strictdoc_config.py&lt;/div&gt;" style="text;html=1;align=center;verticalAlign=middle;whiteSpace=wrap;rounded=0;fontStyle=0;fontSize=16;fillColor=#d5e8d4;strokeColor=#82b366;" parent="5Hoejhb2v4ojji3GJ6aL-5" vertex="1">
          <mxGeometry x="180" y="1080" width="140" height="70" as="geometry" />
        </mxCell>
        <mxCell id="eRPcp-Zo6v9222eVP6_e-2" value="&lt;div&gt;Reading SDoc nodes from source files — Further work driven by Linux Kernel Requirements Template proposal&lt;/div&gt;" style="text;html=1;align=center;verticalAlign=middle;whiteSpace=wrap;rounded=0;fontStyle=0;fontSize=16;fillColor=#d5e8d4;strokeColor=#82b366;" parent="5Hoejhb2v4ojji3GJ6aL-5" vertex="1">
          <mxGeometry x="240" y="1260" width="300" height="70" as="geometry" />
        </mxCell>
        <mxCell id="2Au77a0Va1j8vjX5-GUo-1" value="Diff: Included documents" style="text;html=1;align=center;verticalAlign=middle;whiteSpace=wrap;rounded=0;fontStyle=0;fontSize=16;fillColor=#d5e8d4;strokeColor=#82b366;" parent="5Hoejhb2v4ojji3GJ6aL-5" vertex="1">
          <mxGeometry x="310" y="990" width="70" height="70" as="geometry" />
        </mxCell>
        <mxCell id="OCJ0sT8p7vvNHOtbERSk-1" value="Linking nodes via MID instead of UID" style="text;html=1;align=center;verticalAlign=middle;whiteSpace=wrap;rounded=0;fontStyle=0;fontSize=16;fillColor=#d5e8d4;strokeColor=#82b366;" parent="5Hoejhb2v4ojji3GJ6aL-5" vertex="1">
          <mxGeometry x="470" y="900" width="90" height="70" as="geometry" />
        </mxCell>
        <mxCell id="N9cUJzr8JpDOqpJWMLWi-1" value="&lt;div&gt;&lt;font style=&quot;color: rgb(0, 0, 0);&quot;&gt;Support parsing Rust source code&lt;/font&gt;&lt;/div&gt;&lt;font style=&quot;color: rgb(0, 0, 0);&quot;&gt;(StrictDoc parser)&lt;/font&gt;" style="text;html=1;align=center;verticalAlign=middle;whiteSpace=wrap;rounded=0;fontStyle=0;fontSize=16;fillColor=#d5e8d4;strokeColor=#82b366;" parent="5Hoejhb2v4ojji3GJ6aL-5" vertex="1">
          <mxGeometry x="500" y="990" width="470" height="70" as="geometry" />
        </mxCell>
        <mxCell id="N9cUJzr8JpDOqpJWMLWi-2" value="&lt;div&gt;HTML2PDF linear&amp;nbsp;&lt;/div&gt;&lt;div&gt;mutation test&lt;/div&gt;" style="text;html=1;align=center;verticalAlign=middle;whiteSpace=wrap;rounded=0;fontStyle=0;fontSize=16;fillColor=#d5e8d4;strokeColor=#82b366;" parent="5Hoejhb2v4ojji3GJ6aL-5" vertex="1">
          <mxGeometry x="540" y="1170" width="140" height="70" as="geometry" />
        </mxCell>
        <mxCell id="qJYqoqn38ZtzMwR7RZV4-1" value="RST&amp;nbsp;&lt;div&gt;code block syntax highlighting&lt;/div&gt;" style="text;html=1;align=center;verticalAlign=middle;whiteSpace=wrap;rounded=0;fontStyle=0;fontSize=16;fillColor=#d5e8d4;strokeColor=#82b366;" parent="5Hoejhb2v4ojji3GJ6aL-5" vertex="1">
          <mxGeometry x="610" y="900" width="80" height="70" as="geometry" />
        </mxCell>
        <mxCell id="UIBK7DAsS_p9NtYpbiHR-1" value="&lt;div&gt;Node forced page breaks&lt;/div&gt;" style="text;html=1;align=center;verticalAlign=middle;whiteSpace=wrap;rounded=0;fontStyle=0;fontSize=16;fillColor=#d5e8d4;strokeColor=#82b366;" parent="5Hoejhb2v4ojji3GJ6aL-5" vertex="1">
          <mxGeometry x="690" y="1170" width="70" height="70" as="geometry" />
        </mxCell>
        <mxCell id="UIBK7DAsS_p9NtYpbiHR-2" value="Grammar aliases" style="text;html=1;align=center;verticalAlign=middle;whiteSpace=wrap;rounded=0;fontStyle=0;fontSize=16;fillColor=#d5e8d4;strokeColor=#82b366;" parent="5Hoejhb2v4ojji3GJ6aL-5" vertex="1">
          <mxGeometry x="630" y="1080" width="60" height="70" as="geometry" />
        </mxCell>
        <mxCell id="UIBK7DAsS_p9NtYpbiHR-3" value="Take into account .gitignore" style="text;html=1;align=center;verticalAlign=middle;whiteSpace=wrap;rounded=0;fontStyle=0;fontSize=16;fillColor=#d5e8d4;strokeColor=#82b366;" parent="5Hoejhb2v4ojji3GJ6aL-5" vertex="1">
          <mxGeometry x="700" y="1080" width="60" height="70" as="geometry" />
        </mxCell>
        <mxCell id="UIBK7DAsS_p9NtYpbiHR-4" value="&lt;div&gt;Stabilization 2026 Q1: Python 3.14 changes, drop Python 3.9, testing out various html2pdf4doc corner cases&lt;/div&gt;" style="text;html=1;strokeColor=#82b366;fillColor=#d5e8d4;align=center;verticalAlign=middle;whiteSpace=wrap;rounded=0;fontStyle=0;fontSize=16;" parent="5Hoejhb2v4ojji3GJ6aL-5" vertex="1">
          <mxGeometry x="730" y="1440" width="460" height="70" as="geometry" />
        </mxCell>
        <mxCell id="UIBK7DAsS_p9NtYpbiHR-5" value="&lt;div&gt;Python API example&lt;/div&gt;" style="text;html=1;align=center;verticalAlign=middle;whiteSpace=wrap;rounded=0;fontStyle=0;fontSize=16;fillColor=#d5e8d4;strokeColor=#82b366;" parent="5Hoejhb2v4ojji3GJ6aL-5" vertex="1">
          <mxGeometry x="730" y="1260" width="60" height="70" as="geometry" />
        </mxCell>
        <mxCell id="QXMQ5QSOgz17hu6IqZ7S-1" value="&lt;div&gt;Project Config&lt;/div&gt;&lt;div&gt;re-design&lt;/div&gt;" style="text;html=1;align=center;verticalAlign=middle;whiteSpace=wrap;rounded=0;fontStyle=0;fontSize=16;fillColor=#d5e8d4;strokeColor=#82b366;" parent="5Hoejhb2v4ojji3GJ6aL-5" vertex="1">
          <mxGeometry x="790" y="1260" width="60" height="70" as="geometry" />
        </mxCell>
        <mxCell id="RSrML0RW6xnv4YvW7EgN-1" value="&lt;div&gt;Make FastAPI routes ready for concurrent use by multiple users&lt;/div&gt;" style="text;html=1;align=center;verticalAlign=middle;whiteSpace=wrap;rounded=0;fontStyle=0;fontSize=16;fillColor=#d5e8d4;strokeColor=#82b366;" parent="5Hoejhb2v4ojji3GJ6aL-5" vertex="1">
          <mxGeometry x="830" y="900" width="360" height="70" as="geometry" />
        </mxCell>
        <mxCell id="i9ebHU4jXC01XqZ85zlA-1" value="&lt;div&gt;Initial Markdown support&lt;/div&gt;" style="text;html=1;align=center;verticalAlign=middle;whiteSpace=wrap;rounded=0;fontStyle=0;fontSize=16;fillColor=#d5e8d4;strokeColor=#82b366;" parent="5Hoejhb2v4ojji3GJ6aL-5" vertex="1">
          <mxGeometry x="1010" y="1080" width="120" height="70" as="geometry" />
        </mxCell>
        <mxCell id="9iJkdfeWUvHY5kI_EfWC-1" value="&lt;div&gt;Static HTML search on server&lt;/div&gt;" style="text;html=1;align=center;verticalAlign=middle;whiteSpace=wrap;rounded=0;fontStyle=0;fontSize=16;fillColor=#d5e8d4;strokeColor=#82b366;" parent="5Hoejhb2v4ojji3GJ6aL-5" vertex="1">
          <mxGeometry x="920" y="1170" width="210" height="70" as="geometry" />
        </mxCell>
        <mxCell id="3zg7_a4Cr1-tkNY---Zh-1" value="&lt;div&gt;HTML2PDF cross-document links&lt;/div&gt;" style="text;html=1;align=center;verticalAlign=middle;whiteSpace=wrap;rounded=0;fontStyle=0;fontSize=16;fillColor=#d5e8d4;strokeColor=#82b366;" parent="5Hoejhb2v4ojji3GJ6aL-5" vertex="1">
          <mxGeometry x="1070" y="990" width="80" height="70" as="geometry" />
        </mxCell>
        <mxCell id="3zg7_a4Cr1-tkNY---Zh-2" value="&lt;div&gt;Markdown — Relations syntax improvements&lt;/div&gt;" style="text;html=1;align=center;verticalAlign=middle;whiteSpace=wrap;rounded=0;fontStyle=0;fontSize=16;fillColor=#d5e8d4;strokeColor=#82b366;" parent="5Hoejhb2v4ojji3GJ6aL-5" vertex="1">
          <mxGeometry x="1210" y="1080" width="310" height="70" as="geometry" />
        </mxCell>
        <mxCell id="NG1bawOdFmVwRv8Im0xz-1" value="&lt;div&gt;Stabilization 2026 Q2:&amp;nbsp;&lt;span style=&quot;background-color: transparent; color: light-dark(rgb(0, 0, 0), rgb(255, 255, 255));&quot;&gt;Remove language aware parsers feature option (now default), features/ migration, remove RAPIDOC feature, remove most of strictdoc.toml files&lt;/span&gt;&lt;/div&gt;" style="text;html=1;strokeColor=#82b366;fillColor=#d5e8d4;align=center;verticalAlign=middle;whiteSpace=wrap;rounded=0;fontStyle=0;fontSize=16;" parent="5Hoejhb2v4ojji3GJ6aL-5" vertex="1">
          <mxGeometry x="1210" y="1440" width="460" height="70" as="geometry" />
        </mxCell>
        <mxCell id="NG1bawOdFmVwRv8Im0xz-2" value="&lt;div&gt;Drag-and-drop image upload&lt;/div&gt;" style="text;html=1;align=center;verticalAlign=middle;whiteSpace=wrap;rounded=0;fontStyle=0;fontSize=16;fillColor=#fff2cc;strokeColor=#d6b656;" parent="5Hoejhb2v4ojji3GJ6aL-5" vertex="1">
          <mxGeometry x="1130" y="1260" width="700" height="70" as="geometry" />
        </mxCell>
        <mxCell id="RImopIBfapGW27McXgfb-1" value="&lt;div&gt;Single- vs multiline field issues&lt;/div&gt;" style="text;html=1;align=center;verticalAlign=middle;whiteSpace=wrap;rounded=0;fontStyle=0;fontSize=16;fillColor=#d5e8d4;strokeColor=#82b366;" parent="5Hoejhb2v4ojji3GJ6aL-5" vertex="1">
          <mxGeometry x="1360" y="990" width="80" height="70" as="geometry" />
        </mxCell>
        <mxCell id="RImopIBfapGW27McXgfb-2" value="&lt;div&gt;Tree Map screen improvements&lt;/div&gt;" style="text;html=1;align=center;verticalAlign=middle;whiteSpace=wrap;rounded=0;fontStyle=0;fontSize=16;fillColor=#d5e8d4;strokeColor=#82b366;" parent="5Hoejhb2v4ojji3GJ6aL-5" vertex="1">
          <mxGeometry x="1280" y="900" width="80" height="70" as="geometry" />
        </mxCell>
        <mxCell id="RImopIBfapGW27McXgfb-3" value="&lt;div&gt;WHAT-WHY-HOW tutorial&lt;/div&gt;" style="text;html=1;align=center;verticalAlign=middle;whiteSpace=wrap;rounded=0;fontStyle=0;fontSize=16;fillColor=#d5e8d4;strokeColor=#82b366;" parent="5Hoejhb2v4ojji3GJ6aL-5" vertex="1">
          <mxGeometry x="960" y="1350" width="400" height="70" as="geometry" />
        </mxCell>
        <mxCell id="RImopIBfapGW27McXgfb-4" value="&lt;div&gt;C reader: recognize selected C macros&lt;/div&gt;" style="text;html=1;align=center;verticalAlign=middle;whiteSpace=wrap;rounded=0;fontStyle=0;fontSize=16;fillColor=#d5e8d4;strokeColor=#82b366;" parent="5Hoejhb2v4ojji3GJ6aL-5" vertex="1">
          <mxGeometry x="1370" y="900" width="80" height="70" as="geometry" />
        </mxCell>
        <mxCell id="S7qylqRdD8e5_p44ZXv2-1" value="&lt;div&gt;Table screen: Content filters and content editing&lt;/div&gt;" style="text;html=1;align=center;verticalAlign=middle;whiteSpace=wrap;rounded=0;fontStyle=0;fontSize=16;fillColor=#d5e8d4;strokeColor=#82b366;" parent="5Hoejhb2v4ojji3GJ6aL-5" vertex="1">
          <mxGeometry x="1460" y="900" width="230" height="70" as="geometry" />
        </mxCell>
        <mxCell id="m9XbbClwqRoo2d-S99YS-1" value="&lt;div&gt;Editable web: Readonly content for autogen fields&lt;/div&gt;" style="text;html=1;align=center;verticalAlign=middle;whiteSpace=wrap;rounded=0;fontStyle=0;fontSize=16;fillColor=#fff2cc;strokeColor=#d6b656;" parent="5Hoejhb2v4ojji3GJ6aL-5" vertex="1">
-           <mxGeometry x="1510" y="990" width="330" height="70" as="geometry" />
+           <mxGeometry x="1510" y="990" width="410" height="70" as="geometry" />
        </mxCell>
        <mxCell id="m9XbbClwqRoo2d-S99YS-2" value="&lt;div&gt;TK-based launcher GUI&lt;/div&gt;" style="text;html=1;align=center;verticalAlign=middle;whiteSpace=wrap;rounded=0;fontStyle=0;fontSize=16;fillColor=#d5e8d4;strokeColor=#82b366;" parent="5Hoejhb2v4ojji3GJ6aL-5" vertex="1">
          <mxGeometry x="1220" y="1170" width="280" height="70" as="geometry" />
        </mxCell>
        <mxCell id="5BSNgzyTaPeLpsCE4vZA-1" value="Rust&#39;s cargo-nextest JUnit XML" style="text;html=1;align=center;verticalAlign=middle;whiteSpace=wrap;rounded=0;fontStyle=0;fontSize=16;fillColor=#d5e8d4;strokeColor=#82b366;" parent="5Hoejhb2v4ojji3GJ6aL-5" vertex="1">
          <mxGeometry x="1520" y="1170" width="80" height="70" as="geometry" />
        </mxCell>
        <mxCell id="avZaHCUyBh2S1JCu4Szq-1" value="&lt;div&gt;Markdown:&lt;/div&gt;&lt;div&gt;&lt;span style=&quot;background-color: transparent; color: light-dark(rgb(0, 0, 0), rgb(255, 255, 255));&quot;&gt;Grammar, LINK/ANCHOR, parsing corner cases&lt;/span&gt;&lt;/div&gt;" style="text;html=1;align=center;verticalAlign=middle;whiteSpace=wrap;rounded=0;fontStyle=0;fontSize=16;fillColor=#d5e8d4;strokeColor=#82b366;" parent="5Hoejhb2v4ojji3GJ6aL-5" vertex="1">
          <mxGeometry x="1520" y="1080" width="220" height="70" as="geometry" />
        </mxCell>
-         <mxCell id="rtCiIeL7m7KNmv-1_1vX-1" value="&lt;div&gt;Stabilization 2026 Q3&lt;/div&gt;" style="text;html=1;strokeColor=#d6b656;fillColor=#fff2cc;align=center;verticalAlign=middle;whiteSpace=wrap;rounded=0;fontStyle=0;fontSize=16;" vertex="1" parent="5Hoejhb2v4ojji3GJ6aL-5">
+         <mxCell id="rtCiIeL7m7KNmv-1_1vX-1" value="&lt;div&gt;Stabilization 2026 Q3&lt;/div&gt;" style="text;html=1;strokeColor=#d6b656;fillColor=#fff2cc;align=center;verticalAlign=middle;whiteSpace=wrap;rounded=0;fontStyle=0;fontSize=16;" parent="5Hoejhb2v4ojji3GJ6aL-5" vertex="1">
          <mxGeometry x="1690" y="1440" width="460" height="70" as="geometry" />
        </mxCell>
-         <mxCell id="rtCiIeL7m7KNmv-1_1vX-2" value="&lt;div&gt;Build documentation with unresolved relations&lt;/div&gt;" style="text;html=1;align=center;verticalAlign=middle;whiteSpace=wrap;rounded=0;fontStyle=0;fontSize=16;fillColor=#fff2cc;strokeColor=#d6b656;" vertex="1" parent="5Hoejhb2v4ojji3GJ6aL-5">
-           <mxGeometry x="1610" y="1170" width="220" height="70" as="geometry" />
-         </mxCell>
-         <mxCell id="rtCiIeL7m7KNmv-1_1vX-4" value="&lt;div&gt;Editing very large documentation trees&lt;/div&gt;" style="text;html=1;align=center;verticalAlign=middle;whiteSpace=wrap;rounded=0;fontStyle=0;fontSize=16;fillColor=#fff2cc;strokeColor=#d6b656;" vertex="1" parent="5Hoejhb2v4ojji3GJ6aL-5">
+         <mxCell id="rtCiIeL7m7KNmv-1_1vX-2" value="&lt;div&gt;Build documentation with unresolved relations&lt;/div&gt;" style="text;html=1;align=center;verticalAlign=middle;whiteSpace=wrap;rounded=0;fontStyle=0;fontSize=16;fillColor=#fff2cc;strokeColor=#d6b656;" parent="5Hoejhb2v4ojji3GJ6aL-5" vertex="1">
+           <mxGeometry x="1610" y="1170" width="310" height="70" as="geometry" />
+         </mxCell>
+         <mxCell id="rtCiIeL7m7KNmv-1_1vX-4" value="&lt;div&gt;Editing very large documentation trees&lt;/div&gt;" style="text;html=1;align=center;verticalAlign=middle;whiteSpace=wrap;rounded=0;fontStyle=0;fontSize=16;fillColor=#fff2cc;strokeColor=#d6b656;" parent="5Hoejhb2v4ojji3GJ6aL-5" vertex="1">
          <mxGeometry x="1530" y="1350" width="460" height="70" as="geometry" />
        </mxCell>
-         <mxCell id="rtCiIeL7m7KNmv-1_1vX-5" value="&lt;div&gt;Committing to Git from UI and resolving conflicts&lt;/div&gt;" style="text;html=1;align=center;verticalAlign=middle;whiteSpace=wrap;rounded=0;fontStyle=0;fontSize=16;fillColor=#f5f5f5;strokeColor=#666666;fontColor=#333333;" vertex="1" parent="5Hoejhb2v4ojji3GJ6aL-5">
-           <mxGeometry x="1930" y="900" width="460" height="70" as="geometry" />
-         </mxCell>
-         <mxCell id="rtCiIeL7m7KNmv-1_1vX-6" value="&lt;div&gt;Read/write SPDX JSON-LD&lt;/div&gt;" style="text;html=1;align=center;verticalAlign=middle;whiteSpace=wrap;rounded=0;fontStyle=0;fontSize=16;fillColor=#f5f5f5;strokeColor=#666666;fontColor=#333333;" vertex="1" parent="5Hoejhb2v4ojji3GJ6aL-5">
+         <mxCell id="rtCiIeL7m7KNmv-1_1vX-5" value="&lt;div&gt;Committing to Git from UI and resolving conflicts&lt;/div&gt;" style="text;html=1;align=center;verticalAlign=middle;whiteSpace=wrap;rounded=0;fontStyle=0;fontSize=16;fillColor=#f5f5f5;strokeColor=#666666;fontColor=#333333;" parent="5Hoejhb2v4ojji3GJ6aL-5" vertex="1">
+           <mxGeometry x="2000" y="900" width="460" height="70" as="geometry" />
+         </mxCell>
+         <mxCell id="rtCiIeL7m7KNmv-1_1vX-6" value="&lt;div&gt;Read/write SPDX JSON-LD&lt;/div&gt;" style="text;html=1;align=center;verticalAlign=middle;whiteSpace=wrap;rounded=0;fontStyle=0;fontSize=16;fillColor=#f5f5f5;strokeColor=#666666;fontColor=#333333;" parent="5Hoejhb2v4ojji3GJ6aL-5" vertex="1">
          <mxGeometry x="2010" y="990" width="460" height="70" as="geometry" />
+         </mxCell>
+         <mxCell id="0pcIbbVFq0l88sWlPEwm-1" value="&lt;div&gt;Format and Feature abstractions for fine-grained Python API&lt;/div&gt;" style="text;html=1;align=center;verticalAlign=middle;whiteSpace=wrap;rounded=0;fontStyle=0;fontSize=16;fillColor=#fff2cc;strokeColor=#d6b656;" vertex="1" parent="5Hoejhb2v4ojji3GJ6aL-5">
+           <mxGeometry x="1710" y="900" width="150" height="70" as="geometry" />
        </mxCell>
      </root>
    </mxGraphModel>
  </diagram>
</mxfile>
